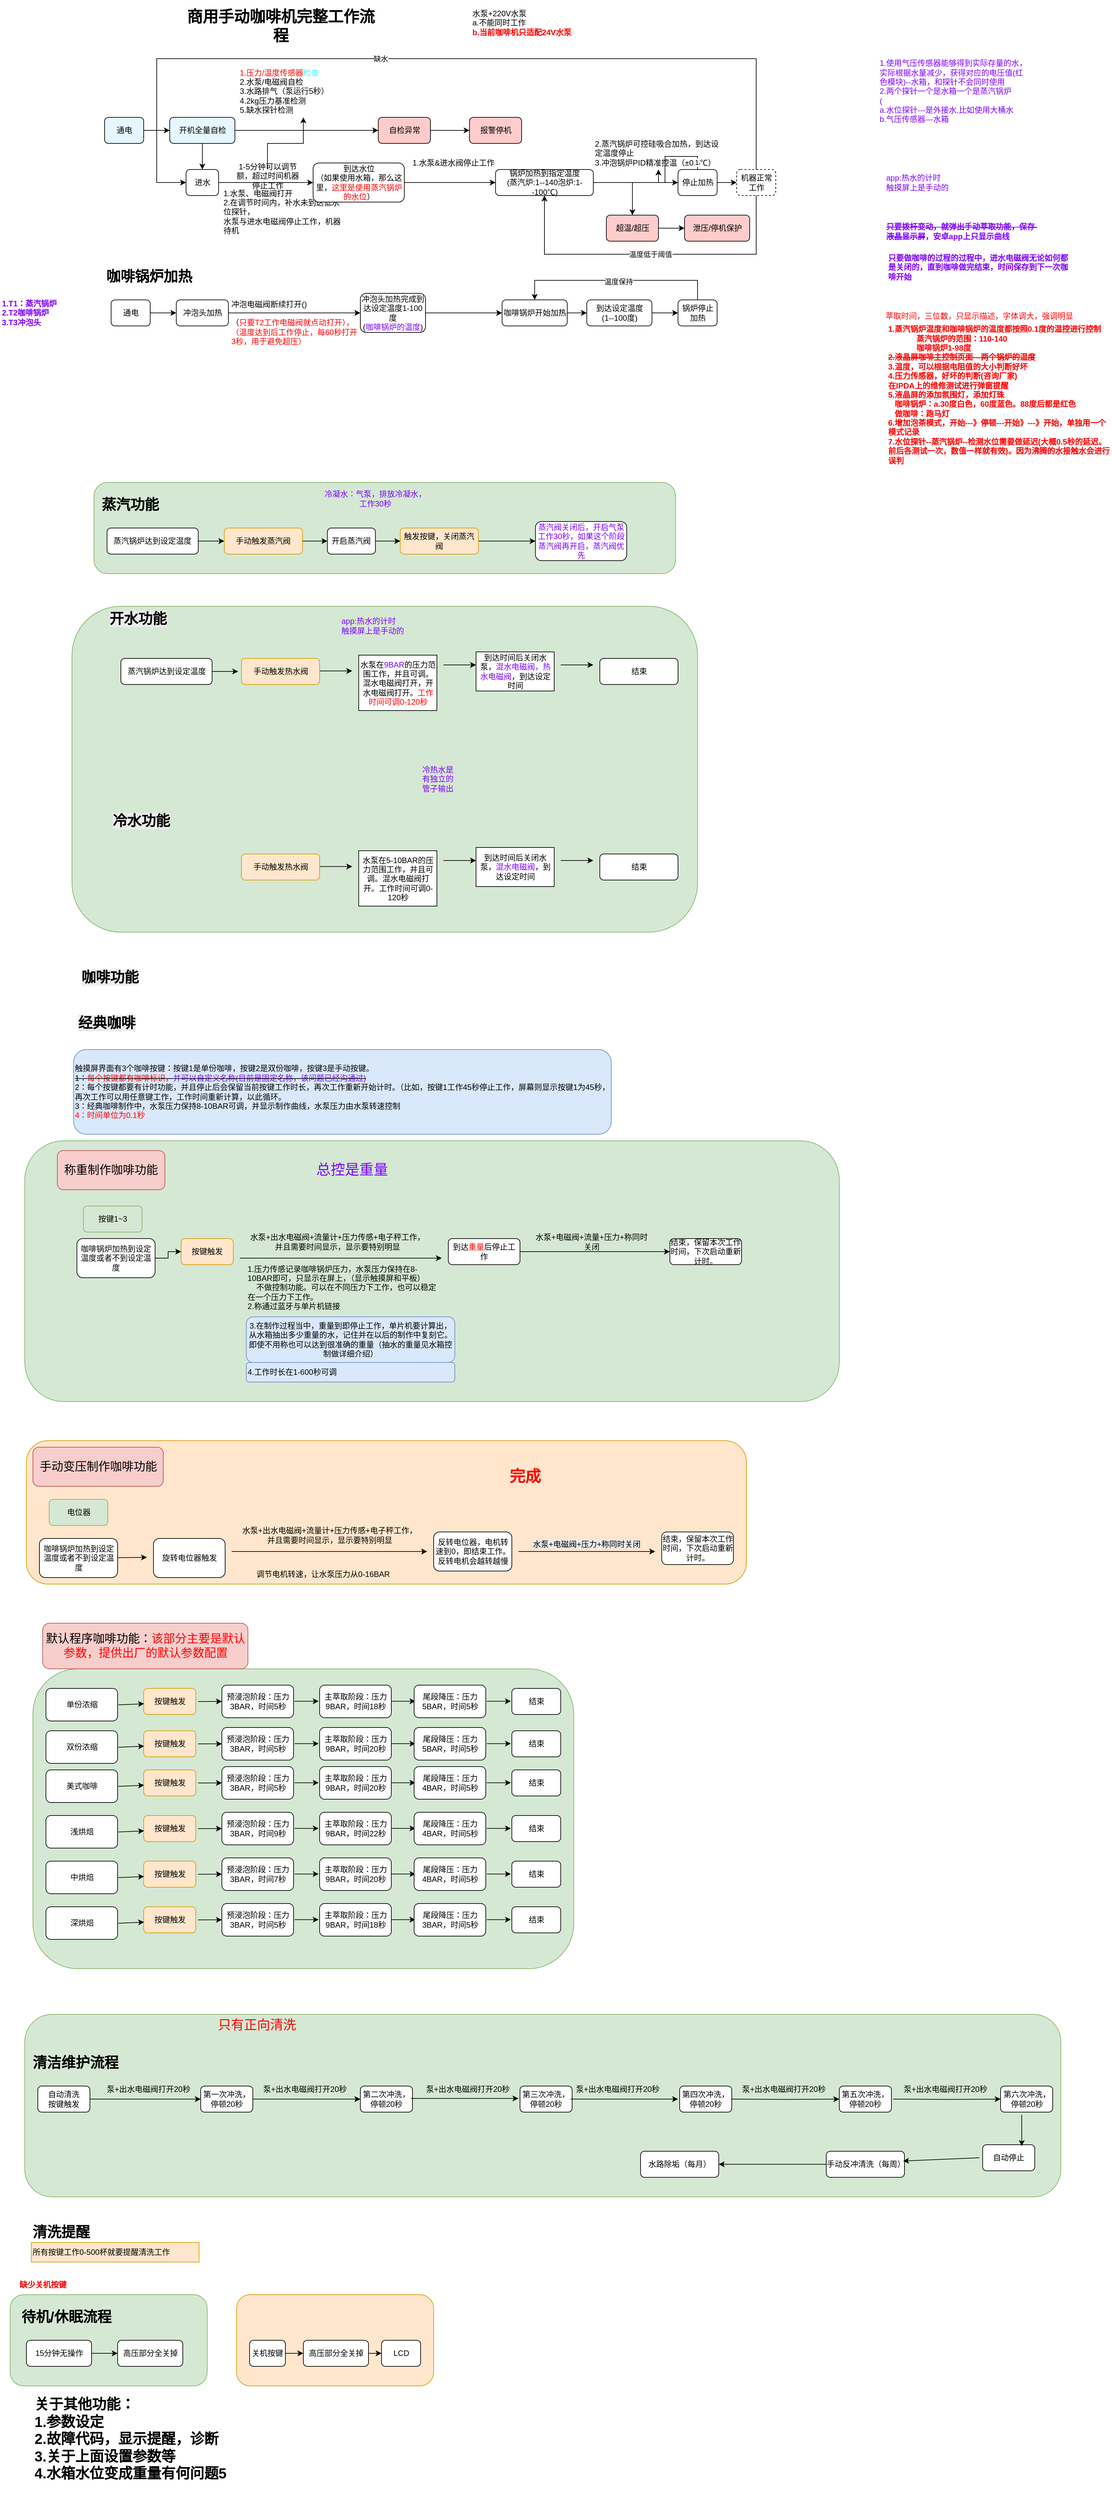
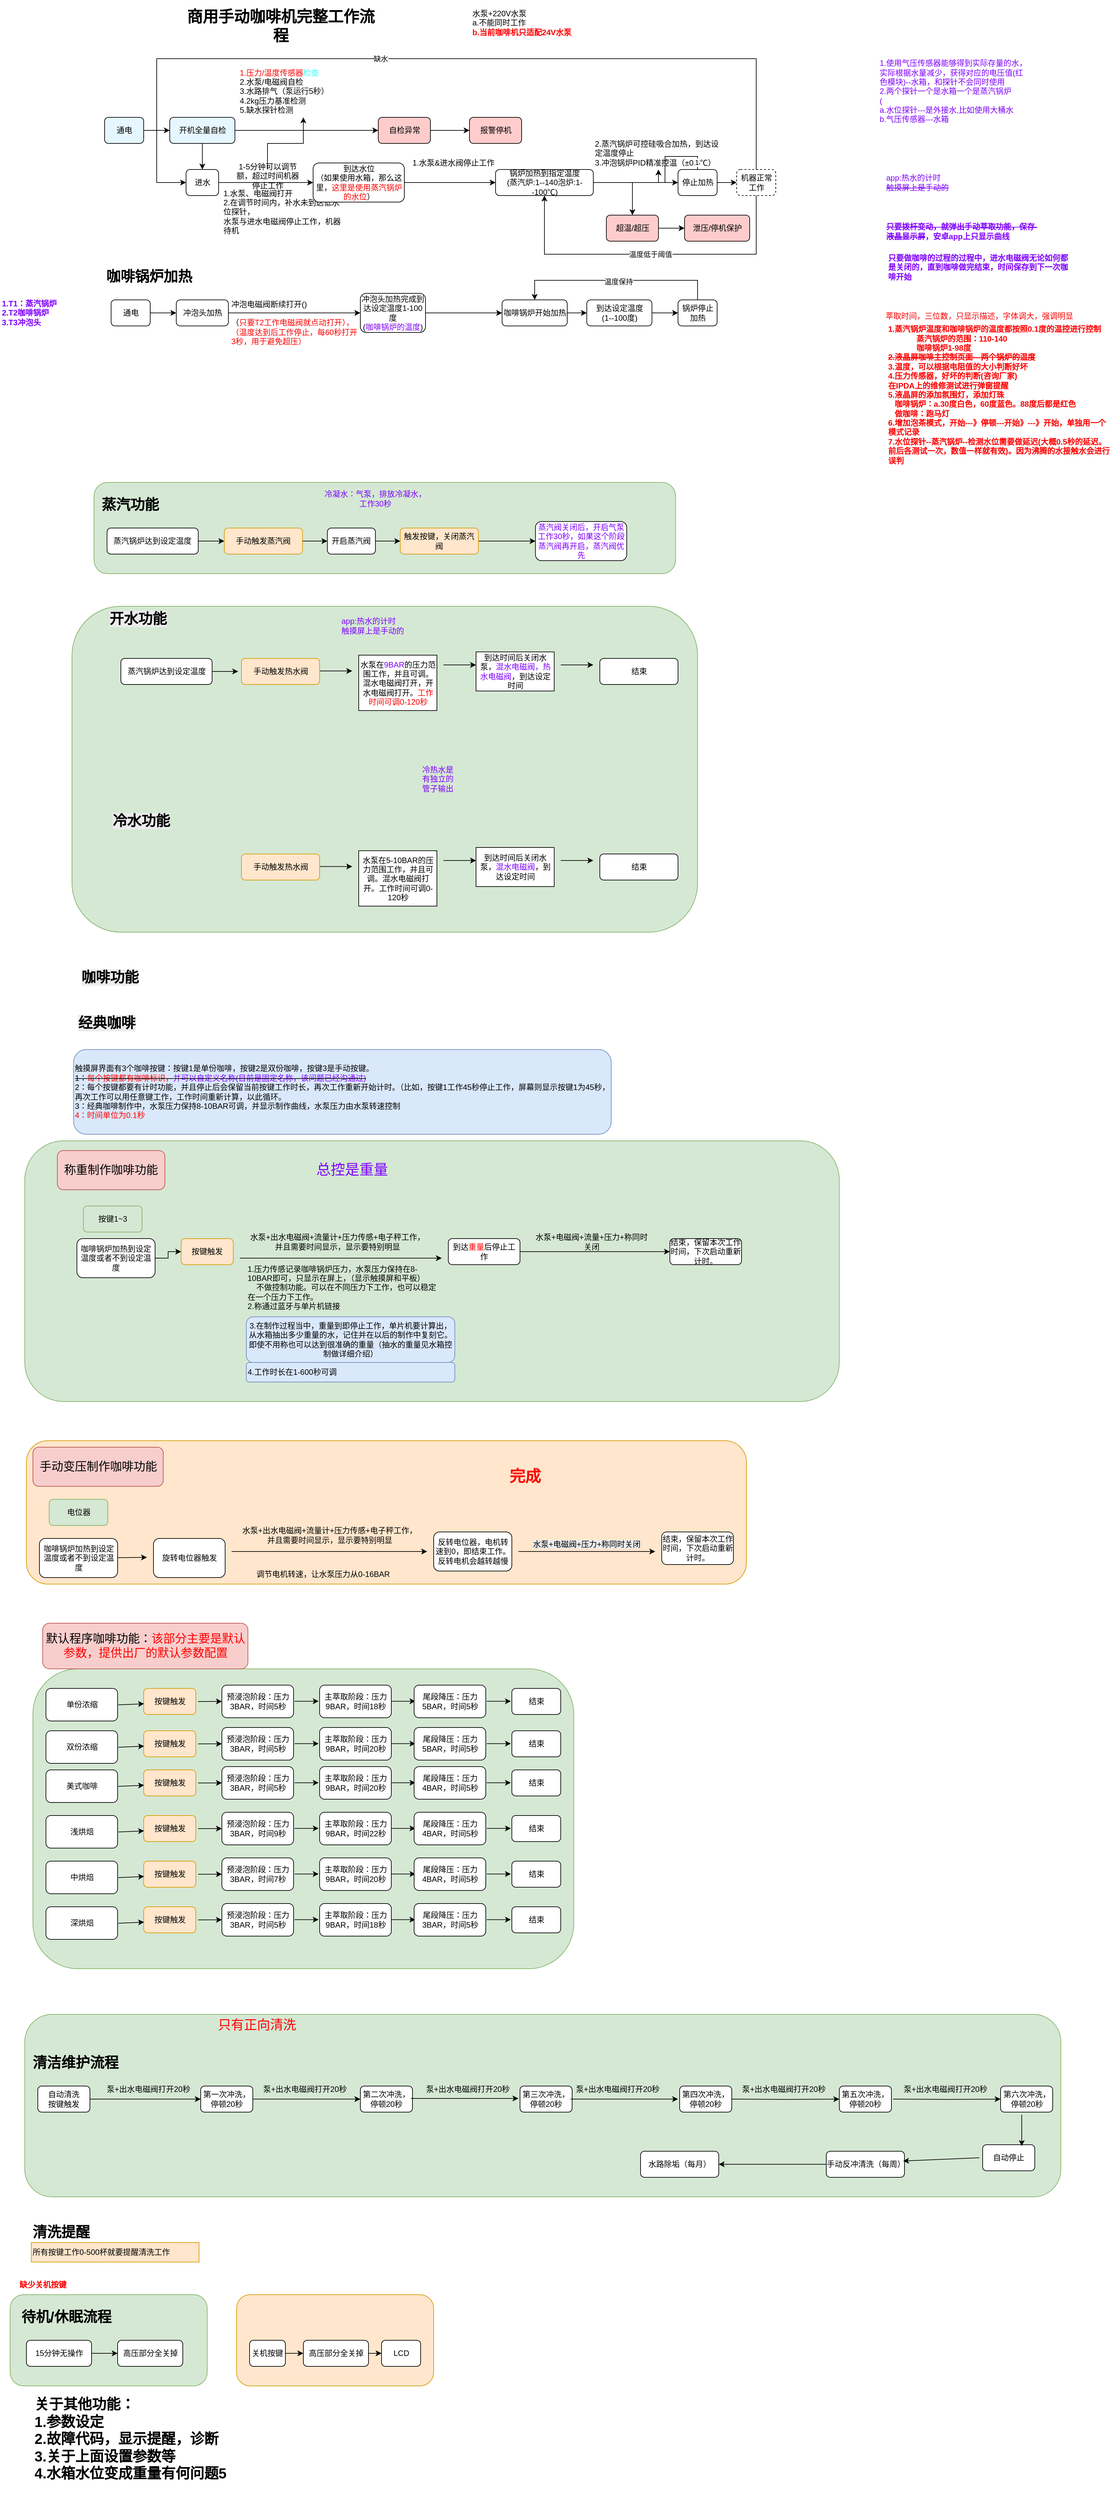
<mxfile host="app.diagrams.net" agent="Mozilla/5.0 (X11; Linux x86_64) AppleWebKit/537.36 (KHTML, like Gecko) Chrome/140.0.0.0 Safari/537.36" version="29.6.4">
  <diagram name="第 1 页" id="PMNbjTTgIml5Qdtd_ilu">
-     <mxGraphModel dx="6377" dy="4318" grid="1" gridSize="10" guides="1" tooltips="1" connect="1" arrows="1" fold="1" page="1" pageScale="1" pageWidth="4000" pageHeight="3000" math="0" shadow="0">
+     <mxGraphModel dx="4792" dy="3439" grid="1" gridSize="10" guides="1" tooltips="1" connect="1" arrows="1" fold="1" page="1" pageScale="1" pageWidth="4000" pageHeight="3000" math="0" shadow="0">
      <root>
        <mxCell id="0" />
        <mxCell id="1" parent="0" />
        <mxCell id="I0rIjMPQqkQqQYyNlasD-1" parent="1" style="rounded=1;whiteSpace=wrap;html=1;fillColor=#d5e8d4;strokeColor=#82b366;" value="" vertex="1">
          <mxGeometry height="140" width="302.5" x="-3762.5" y="1520" as="geometry" />
        </mxCell>
        <mxCell id="IilmvoyfG79s7OAyW8Hz-3" parent="1" style="rounded=1;whiteSpace=wrap;html=1;fillColor=#d5e8d4;strokeColor=#82b366;" value="" vertex="1">
          <mxGeometry height="400" width="1250" x="-3740" y="-250" as="geometry" />
        </mxCell>
        <mxCell id="IilmvoyfG79s7OAyW8Hz-1" parent="1" style="rounded=1;whiteSpace=wrap;html=1;fillColor=#ffe6cc;strokeColor=#d79b00;" value="" vertex="1">
          <mxGeometry height="220" width="1105" x="-3737.5" y="210" as="geometry" />
        </mxCell>
        <mxCell id="OjalCZGyZe0Cus6Rz-vr-6" parent="1" style="rounded=1;whiteSpace=wrap;html=1;fillColor=#d5e8d4;strokeColor=#82b366;" value="" vertex="1">
          <mxGeometry height="460" width="830" x="-3727.5" y="560" as="geometry" />
        </mxCell>
        <mxCell id="OjalCZGyZe0Cus6Rz-vr-4" parent="1" style="rounded=1;whiteSpace=wrap;html=1;fillColor=#d5e8d4;strokeColor=#82b366;" value="" vertex="1">
          <mxGeometry height="140" width="892.5" x="-3633.75" y="-1260" as="geometry" />
        </mxCell>
        <mxCell id="OjalCZGyZe0Cus6Rz-vr-2" parent="1" style="rounded=1;whiteSpace=wrap;html=1;fillColor=#d5e8d4;strokeColor=#82b366;" value="" vertex="1">
          <mxGeometry height="500" width="960" x="-3667.5" y="-1070" as="geometry" />
        </mxCell>
        <mxCell id="OjalCZGyZe0Cus6Rz-vr-1" parent="1" style="rounded=1;whiteSpace=wrap;html=1;fillColor=#d5e8d4;strokeColor=#82b366;" value="" vertex="1">
          <mxGeometry height="280" width="1590" x="-3740" y="1090" as="geometry" />
        </mxCell>
        <mxCell id="_P9jYmqXWWuWMUU2pL9c-90" parent="1" style="text;html=1;whiteSpace=wrap;strokeColor=none;fillColor=none;align=center;verticalAlign=middle;rounded=0;fontSize=24;fontStyle=1" value="商用手动咖啡机完整工作流程" vertex="1">
          <mxGeometry height="40" width="300" x="-3497.5" y="-1980" as="geometry" />
        </mxCell>
        <mxCell id="_P9jYmqXWWuWMUU2pL9c-91" parent="1" style="rounded=1;whiteSpace=wrap;html=1;fillColor=#e6f7ff;" value="通电" vertex="1">
          <mxGeometry height="40" width="60" x="-3617.5" y="-1820" as="geometry" />
        </mxCell>
        <mxCell id="_P9jYmqXWWuWMUU2pL9c-92" edge="1" parent="1" source="_P9jYmqXWWuWMUU2pL9c-91" style="edgeStyle=orthogonalEdgeStyle;rounded=0;orthogonalLoop=1;jettySize=auto;html=1;" target="_P9jYmqXWWuWMUU2pL9c-93" value="">
          <mxGeometry relative="1" as="geometry" />
        </mxCell>
        <mxCell id="_P9jYmqXWWuWMUU2pL9c-93" parent="1" style="rounded=1;whiteSpace=wrap;html=1;fillColor=#e6f7ff;" value="开机全量自检" vertex="1">
          <mxGeometry height="40" width="100" x="-3517.5" y="-1820" as="geometry" />
        </mxCell>
        <mxCell id="_P9jYmqXWWuWMUU2pL9c-94" parent="1" style="text;html=1;whiteSpace=wrap;strokeColor=none;fillColor=none;align=left;verticalAlign=middle;rounded=0;" value="&lt;font style=&quot;color: rgb(255, 0, 0);&quot;&gt;1.压力/温度传感器&lt;/font&gt;&lt;font style=&quot;color: rgb(51, 255, 255);&quot;&gt;检查&lt;/font&gt;&lt;br&gt;2.水泵/电磁阀自检&lt;br&gt;3.水路排气（泵运行5秒）&lt;br&gt;4.2kg压力基准检测&lt;br&gt;5.缺水探针检测" vertex="1">
          <mxGeometry height="80" width="200" x="-3412.5" y="-1900" as="geometry" />
        </mxCell>
        <mxCell id="_P9jYmqXWWuWMUU2pL9c-95" edge="1" parent="1" source="_P9jYmqXWWuWMUU2pL9c-93" style="edgeStyle=orthogonalEdgeStyle;rounded=0;orthogonalLoop=1;jettySize=auto;html=1;" target="_P9jYmqXWWuWMUU2pL9c-96" value="">
          <mxGeometry relative="1" as="geometry" />
        </mxCell>
        <mxCell id="_P9jYmqXWWuWMUU2pL9c-96" parent="1" style="rounded=1;whiteSpace=wrap;html=1;fillColor=#ffcccc;" value="自检异常" vertex="1">
          <mxGeometry height="40" width="80" x="-3197.5" y="-1820" as="geometry" />
        </mxCell>
        <mxCell id="_P9jYmqXWWuWMUU2pL9c-97" edge="1" parent="1" source="_P9jYmqXWWuWMUU2pL9c-96" style="edgeStyle=orthogonalEdgeStyle;rounded=0;orthogonalLoop=1;jettySize=auto;html=1;" target="_P9jYmqXWWuWMUU2pL9c-98" value="">
          <mxGeometry relative="1" as="geometry" />
        </mxCell>
        <mxCell id="_P9jYmqXWWuWMUU2pL9c-98" parent="1" style="rounded=1;whiteSpace=wrap;html=1;fillColor=#ffcccc;" value="报警停机" vertex="1">
          <mxGeometry height="40" width="80" x="-3057.5" y="-1820" as="geometry" />
        </mxCell>
        <mxCell id="_P9jYmqXWWuWMUU2pL9c-99" edge="1" parent="1" source="_P9jYmqXWWuWMUU2pL9c-93" style="edgeStyle=orthogonalEdgeStyle;rounded=0;orthogonalLoop=1;jettySize=auto;html=1;" target="_P9jYmqXWWuWMUU2pL9c-2" value="">
          <mxGeometry relative="1" as="geometry" />
        </mxCell>
        <mxCell id="_P9jYmqXWWuWMUU2pL9c-2" parent="1" style="rounded=1;whiteSpace=wrap;html=1;" value="进水" vertex="1">
          <mxGeometry height="40" width="50" x="-3492.5" y="-1740" as="geometry" />
        </mxCell>
        <mxCell id="ROr1tPp7Zhurker6Y36_-3" edge="1" parent="1" source="_P9jYmqXWWuWMUU2pL9c-6" style="edgeStyle=orthogonalEdgeStyle;rounded=0;orthogonalLoop=1;jettySize=auto;html=1;" target="_P9jYmqXWWuWMUU2pL9c-94" value="">
          <mxGeometry relative="1" as="geometry" />
        </mxCell>
        <mxCell id="_P9jYmqXWWuWMUU2pL9c-6" parent="1" style="text;html=1;whiteSpace=wrap;strokeColor=none;fillColor=none;align=center;verticalAlign=middle;rounded=0;" value="1-5分钟可以调节额，超过时间机器停止工作" vertex="1">
          <mxGeometry height="20" width="100" x="-3417.5" y="-1740" as="geometry" />
        </mxCell>
        <mxCell id="_P9jYmqXWWuWMUU2pL9c-7" parent="1" style="text;html=1;whiteSpace=wrap;strokeColor=none;fillColor=none;align=left;verticalAlign=middle;rounded=0;" value="1.水泵、电磁阀打开&lt;br&gt;&lt;div&gt;2.在调节时间内，补水未到达低水位探针，&lt;/div&gt;&lt;div&gt;水泵与进水电磁阀停止工作，机器待机&lt;/div&gt;" vertex="1">
          <mxGeometry height="50" width="190" x="-3437.5" y="-1700" as="geometry" />
        </mxCell>
        <mxCell id="_P9jYmqXWWuWMUU2pL9c-5" edge="1" parent="1" source="_P9jYmqXWWuWMUU2pL9c-2" style="edgeStyle=orthogonalEdgeStyle;rounded=0;orthogonalLoop=1;jettySize=auto;html=1;" target="_P9jYmqXWWuWMUU2pL9c-4" value="">
          <mxGeometry relative="1" as="geometry" />
        </mxCell>
        <mxCell id="_P9jYmqXWWuWMUU2pL9c-4" parent="1" style="rounded=1;whiteSpace=wrap;html=1;" value="到达水位&lt;br&gt;（如果使用水箱，那么这里，&lt;font style=&quot;color: rgb(255, 0, 0);&quot;&gt;这里是使用蒸汽锅炉的水位&lt;/font&gt;）" vertex="1">
          <mxGeometry height="60" width="140" x="-3297.5" y="-1750" as="geometry" />
        </mxCell>
        <mxCell id="_P9jYmqXWWuWMUU2pL9c-10" parent="1" style="text;html=1;whiteSpace=wrap;strokeColor=none;fillColor=none;align=center;verticalAlign=middle;rounded=0;" value="1.水泵&amp;amp;进水阀停止工作" vertex="1">
          <mxGeometry height="20" width="130" x="-3147.5" y="-1760" as="geometry" />
        </mxCell>
        <mxCell id="_P9jYmqXWWuWMUU2pL9c-9" edge="1" parent="1" source="_P9jYmqXWWuWMUU2pL9c-4" style="edgeStyle=orthogonalEdgeStyle;rounded=0;orthogonalLoop=1;jettySize=auto;html=1;" target="_P9jYmqXWWuWMUU2pL9c-8" value="">
          <mxGeometry relative="1" as="geometry" />
        </mxCell>
        <mxCell id="_P9jYmqXWWuWMUU2pL9c-8" parent="1" style="rounded=1;whiteSpace=wrap;html=1;" value="锅炉加热到指定温度&lt;br&gt;(蒸汽炉:1--140泡炉:1--100℃)" vertex="1">
          <mxGeometry height="40" width="150" x="-3017.5" y="-1740" as="geometry" />
        </mxCell>
        <mxCell id="_P9jYmqXWWuWMUU2pL9c-11" parent="1" style="text;html=1;whiteSpace=wrap;strokeColor=none;fillColor=none;align=left;verticalAlign=middle;rounded=0;" value="2.蒸汽锅炉可控硅吸合加热，到达设定温度停止&lt;br&gt;3.冲泡锅炉PID精准控温（±0.5℃）" vertex="1">
          <mxGeometry height="50" width="200" x="-2867.5" y="-1790" as="geometry" />
        </mxCell>
        <mxCell id="_P9jYmqXWWuWMUU2pL9c-13" edge="1" parent="1" source="_P9jYmqXWWuWMUU2pL9c-8" style="edgeStyle=orthogonalEdgeStyle;rounded=0;orthogonalLoop=1;jettySize=auto;html=1;" target="_P9jYmqXWWuWMUU2pL9c-12" value="">
          <mxGeometry relative="1" as="geometry" />
        </mxCell>
        <mxCell id="ROr1tPp7Zhurker6Y36_-1" edge="1" parent="1" source="_P9jYmqXWWuWMUU2pL9c-12" style="edgeStyle=orthogonalEdgeStyle;rounded=0;orthogonalLoop=1;jettySize=auto;html=1;" target="_P9jYmqXWWuWMUU2pL9c-11" value="">
          <mxGeometry relative="1" as="geometry" />
        </mxCell>
        <mxCell id="ROr1tPp7Zhurker6Y36_-2" connectable="0" parent="ROr1tPp7Zhurker6Y36_-1" style="edgeLabel;html=1;align=center;verticalAlign=middle;resizable=0;points=[];" value="1" vertex="1">
          <mxGeometry relative="1" x="-0.8429" y="2" as="geometry">
            <mxPoint as="offset" />
          </mxGeometry>
        </mxCell>
        <mxCell id="_P9jYmqXWWuWMUU2pL9c-12" parent="1" style="rounded=1;whiteSpace=wrap;html=1;" value="停止加热" vertex="1">
          <mxGeometry height="40" width="60" x="-2737.5" y="-1740" as="geometry" />
        </mxCell>
        <mxCell id="_P9jYmqXWWuWMUU2pL9c-17" edge="1" parent="1" source="_P9jYmqXWWuWMUU2pL9c-12" style="edgeStyle=orthogonalEdgeStyle;rounded=0;orthogonalLoop=1;jettySize=auto;html=1;" target="_P9jYmqXWWuWMUU2pL9c-16" value="">
          <mxGeometry relative="1" as="geometry" />
        </mxCell>
        <mxCell id="_P9jYmqXWWuWMUU2pL9c-15" edge="1" parent="1" source="_P9jYmqXWWuWMUU2pL9c-16" style="edgeStyle=orthogonalEdgeStyle;rounded=0;orthogonalLoop=1;jettySize=auto;html=1;exitX=0.5;exitY=0;exitDx=0;exitDy=0;entryX=0;entryY=0.5;entryDx=0;entryDy=0;" target="_P9jYmqXWWuWMUU2pL9c-2">
          <mxGeometry relative="1" as="geometry">
            <Array as="points">
              <mxPoint x="-2617.5" y="-1910" />
              <mxPoint x="-3537.5" y="-1910" />
              <mxPoint x="-3537.5" y="-1720" />
            </Array>
          </mxGeometry>
        </mxCell>
        <mxCell id="_P9jYmqXWWuWMUU2pL9c-19" connectable="0" parent="_P9jYmqXWWuWMUU2pL9c-15" style="edgeLabel;html=1;align=center;verticalAlign=middle;resizable=0;points=[];" value="缺水" vertex="1">
          <mxGeometry relative="1" x="0.133" y="3" as="geometry">
            <mxPoint x="4" y="-3" as="offset" />
          </mxGeometry>
        </mxCell>
        <mxCell id="_P9jYmqXWWuWMUU2pL9c-16" parent="1" style="rounded=1;whiteSpace=wrap;html=1;dashed=1;" value="机器正常工作" vertex="1">
          <mxGeometry height="40" width="60" x="-2647.5" y="-1740" as="geometry" />
        </mxCell>
        <mxCell id="_P9jYmqXWWuWMUU2pL9c-20" edge="1" parent="1" source="_P9jYmqXWWuWMUU2pL9c-16" style="edgeStyle=orthogonalEdgeStyle;rounded=0;orthogonalLoop=1;jettySize=auto;html=1;exitX=0.5;exitY=1;exitDx=0;exitDy=0;entryX=0.5;entryY=1;entryDx=0;entryDy=0;" target="_P9jYmqXWWuWMUU2pL9c-8">
          <mxGeometry relative="1" as="geometry">
            <Array as="points">
              <mxPoint x="-2617.5" y="-1610" />
              <mxPoint x="-2942.5" y="-1610" />
            </Array>
          </mxGeometry>
        </mxCell>
        <mxCell id="_P9jYmqXWWuWMUU2pL9c-21" connectable="0" parent="_P9jYmqXWWuWMUU2pL9c-20" style="edgeLabel;html=1;align=center;verticalAlign=middle;resizable=0;points=[];" value="温度低于阈值" vertex="1">
          <mxGeometry relative="1" x="0.0776" y="2" as="geometry">
            <mxPoint x="19" y="-2" as="offset" />
          </mxGeometry>
        </mxCell>
        <mxCell id="_P9jYmqXWWuWMUU2pL9c-100" edge="1" parent="1" source="_P9jYmqXWWuWMUU2pL9c-8" style="edgeStyle=orthogonalEdgeStyle;rounded=0;orthogonalLoop=1;jettySize=auto;html=1;" target="_P9jYmqXWWuWMUU2pL9c-101" value="">
          <mxGeometry relative="1" as="geometry" />
        </mxCell>
        <mxCell id="_P9jYmqXWWuWMUU2pL9c-101" parent="1" style="rounded=1;whiteSpace=wrap;html=1;fillColor=#ffcccc;" value="超温/超压" vertex="1">
          <mxGeometry height="40" width="80" x="-2847.5" y="-1670" as="geometry" />
        </mxCell>
        <mxCell id="_P9jYmqXWWuWMUU2pL9c-102" edge="1" parent="1" source="_P9jYmqXWWuWMUU2pL9c-101" style="edgeStyle=orthogonalEdgeStyle;rounded=0;orthogonalLoop=1;jettySize=auto;html=1;" target="_P9jYmqXWWuWMUU2pL9c-103" value="">
          <mxGeometry relative="1" as="geometry" />
        </mxCell>
        <mxCell id="_P9jYmqXWWuWMUU2pL9c-103" parent="1" style="rounded=1;whiteSpace=wrap;html=1;fillColor=#ffcccc;" value="泄压/停机保护" vertex="1">
          <mxGeometry height="40" width="100" x="-2727.5" y="-1670" as="geometry" />
        </mxCell>
        <mxCell id="_P9jYmqXWWuWMUU2pL9c-23" parent="1" style="text;html=1;whiteSpace=wrap;strokeColor=none;fillColor=none;align=left;verticalAlign=middle;rounded=0;fontSize=22;fontStyle=1" value="咖啡锅炉加热" vertex="1">
          <mxGeometry height="30" width="160" x="-3617.5" y="-1590" as="geometry" />
        </mxCell>
        <mxCell id="_P9jYmqXWWuWMUU2pL9c-24" parent="1" style="rounded=1;whiteSpace=wrap;html=1;" value="通电" vertex="1">
          <mxGeometry height="40" width="60" x="-3607.5" y="-1540" as="geometry" />
        </mxCell>
        <mxCell id="_P9jYmqXWWuWMUU2pL9c-26" edge="1" parent="1" source="_P9jYmqXWWuWMUU2pL9c-24" style="edgeStyle=orthogonalEdgeStyle;rounded=0;orthogonalLoop=1;jettySize=auto;html=1;" target="_P9jYmqXWWuWMUU2pL9c-25" value="">
          <mxGeometry relative="1" as="geometry" />
        </mxCell>
        <mxCell id="_P9jYmqXWWuWMUU2pL9c-25" parent="1" style="rounded=1;whiteSpace=wrap;html=1;" value="冲泡头加热" vertex="1">
          <mxGeometry height="40" width="80" x="-3507.5" y="-1540" as="geometry" />
        </mxCell>
        <mxCell id="_P9jYmqXWWuWMUU2pL9c-29" parent="1" style="text;html=1;whiteSpace=wrap;strokeColor=none;fillColor=none;align=left;verticalAlign=middle;rounded=0;" value="冲泡电磁阀断续打开()&lt;br&gt;&lt;br&gt;（&lt;font style=&quot;color: rgb(255, 0, 0);&quot;&gt;只要T2工作电磁阀就点动打开），&lt;br&gt;（温度达到后工作停止，每60秒打开3秒，用于避免超压）&lt;/font&gt;" vertex="1">
          <mxGeometry height="70" width="200" x="-3425" y="-1540" as="geometry" />
        </mxCell>
        <mxCell id="_P9jYmqXWWuWMUU2pL9c-28" edge="1" parent="1" source="_P9jYmqXWWuWMUU2pL9c-25" style="edgeStyle=orthogonalEdgeStyle;rounded=0;orthogonalLoop=1;jettySize=auto;html=1;" target="_P9jYmqXWWuWMUU2pL9c-27" value="">
          <mxGeometry relative="1" as="geometry" />
        </mxCell>
        <mxCell id="_P9jYmqXWWuWMUU2pL9c-27" parent="1" style="rounded=1;whiteSpace=wrap;html=1;" value="冲泡头加热完成到达设定温度1-100度&lt;div&gt;(&lt;font style=&quot;color: rgb(127, 0, 255);&quot;&gt;咖啡锅炉的温度&lt;/font&gt;)&lt;/div&gt;" vertex="1">
          <mxGeometry height="60" width="100" x="-3225" y="-1550" as="geometry" />
        </mxCell>
        <mxCell id="_P9jYmqXWWuWMUU2pL9c-31" edge="1" parent="1" source="_P9jYmqXWWuWMUU2pL9c-27" style="edgeStyle=orthogonalEdgeStyle;rounded=0;orthogonalLoop=1;jettySize=auto;html=1;" target="_P9jYmqXWWuWMUU2pL9c-30" value="">
          <mxGeometry relative="1" as="geometry" />
        </mxCell>
        <mxCell id="_P9jYmqXWWuWMUU2pL9c-30" parent="1" style="rounded=1;whiteSpace=wrap;html=1;" value="咖啡锅炉开始加热" vertex="1">
          <mxGeometry height="40" width="100" x="-3007.5" y="-1540" as="geometry" />
        </mxCell>
        <mxCell id="_P9jYmqXWWuWMUU2pL9c-34" edge="1" parent="1" source="_P9jYmqXWWuWMUU2pL9c-30" style="edgeStyle=orthogonalEdgeStyle;rounded=0;orthogonalLoop=1;jettySize=auto;html=1;" target="_P9jYmqXWWuWMUU2pL9c-33" value="">
          <mxGeometry relative="1" as="geometry" />
        </mxCell>
        <mxCell id="_P9jYmqXWWuWMUU2pL9c-33" parent="1" style="rounded=1;whiteSpace=wrap;html=1;" value="到达设定温度&lt;br&gt;(1--100度)" vertex="1">
          <mxGeometry height="40" width="100" x="-2877.5" y="-1540" as="geometry" />
        </mxCell>
        <mxCell id="_P9jYmqXWWuWMUU2pL9c-36" edge="1" parent="1" source="_P9jYmqXWWuWMUU2pL9c-33" style="edgeStyle=orthogonalEdgeStyle;rounded=0;orthogonalLoop=1;jettySize=auto;html=1;" target="_P9jYmqXWWuWMUU2pL9c-35" value="">
          <mxGeometry relative="1" as="geometry" />
        </mxCell>
        <mxCell id="_P9jYmqXWWuWMUU2pL9c-35" parent="1" style="rounded=1;whiteSpace=wrap;html=1;" value="锅炉停止加热" vertex="1">
          <mxGeometry height="40" width="60" x="-2737.5" y="-1540" as="geometry" />
        </mxCell>
        <mxCell id="_P9jYmqXWWuWMUU2pL9c-37" edge="1" parent="1" source="_P9jYmqXWWuWMUU2pL9c-35" style="edgeStyle=orthogonalEdgeStyle;rounded=0;orthogonalLoop=1;jettySize=auto;html=1;exitX=0.5;exitY=0;exitDx=0;exitDy=0;entryX=0.5;entryY=0;entryDx=0;entryDy=0;" target="_P9jYmqXWWuWMUU2pL9c-30">
          <mxGeometry relative="1" as="geometry">
            <Array as="points">
              <mxPoint x="-2707.5" y="-1570" />
              <mxPoint x="-2957.5" y="-1570" />
            </Array>
          </mxGeometry>
        </mxCell>
        <mxCell id="_P9jYmqXWWuWMUU2pL9c-38" connectable="0" parent="_P9jYmqXWWuWMUU2pL9c-37" style="edgeLabel;html=1;align=center;verticalAlign=middle;resizable=0;points=[];" value="温度保持" vertex="1">
          <mxGeometry relative="1" x="-0.0238" y="2" as="geometry">
            <mxPoint as="offset" />
          </mxGeometry>
        </mxCell>
        <mxCell id="_P9jYmqXWWuWMUU2pL9c-110" parent="1" style="text;html=1;whiteSpace=wrap;strokeColor=none;fillColor=none;align=left;verticalAlign=middle;rounded=0;fontSize=22;fontStyle=1" value="蒸汽功能" vertex="1">
          <mxGeometry height="30" width="160" x="-3623.75" y="-1240" as="geometry" />
        </mxCell>
        <mxCell id="_P9jYmqXWWuWMUU2pL9c-111" parent="1" style="rounded=1;whiteSpace=wrap;html=1;" value="蒸汽锅炉达到设定温度" vertex="1">
          <mxGeometry height="40" width="140" x="-3613.75" y="-1190" as="geometry" />
        </mxCell>
        <mxCell id="_P9jYmqXWWuWMUU2pL9c-112" edge="1" parent="1" source="_P9jYmqXWWuWMUU2pL9c-111" style="edgeStyle=orthogonalEdgeStyle;rounded=0;orthogonalLoop=1;jettySize=auto;html=1;" target="_P9jYmqXWWuWMUU2pL9c-113" value="">
          <mxGeometry relative="1" as="geometry" />
        </mxCell>
        <mxCell id="_P9jYmqXWWuWMUU2pL9c-113" parent="1" style="rounded=1;whiteSpace=wrap;html=1;fillColor=#ffe6cc;strokeColor=#d79b00;" value="手动触发蒸汽阀" vertex="1">
          <mxGeometry height="40" width="120" x="-3433.75" y="-1190" as="geometry" />
        </mxCell>
        <mxCell id="_P9jYmqXWWuWMUU2pL9c-114" edge="1" parent="1" source="_P9jYmqXWWuWMUU2pL9c-113" style="edgeStyle=orthogonalEdgeStyle;rounded=0;orthogonalLoop=1;jettySize=auto;html=1;entryX=0;entryY=0.5;entryDx=0;entryDy=0;" target="DRQTxW7p1hNPi4zCKs6T-31" value="">
          <mxGeometry relative="1" as="geometry">
            <mxPoint x="-3276.25" y="-1170" as="targetPoint" />
          </mxGeometry>
        </mxCell>
        <mxCell id="DRQTxW7p1hNPi4zCKs6T-33" edge="1" parent="1" source="_P9jYmqXWWuWMUU2pL9c-117" style="edgeStyle=orthogonalEdgeStyle;rounded=0;orthogonalLoop=1;jettySize=auto;html=1;exitX=1;exitY=0.5;exitDx=0;exitDy=0;entryX=0;entryY=0.5;entryDx=0;entryDy=0;" target="DRQTxW7p1hNPi4zCKs6T-30">
          <mxGeometry relative="1" as="geometry" />
        </mxCell>
        <mxCell id="_P9jYmqXWWuWMUU2pL9c-117" parent="1" style="rounded=1;whiteSpace=wrap;html=1;fillColor=#ffe6cc;strokeColor=#d79b00;" value="触发按键，关闭蒸汽阀" vertex="1">
          <mxGeometry height="40" width="120" x="-3163.75" y="-1190" as="geometry" />
        </mxCell>
        <mxCell id="_P9jYmqXWWuWMUU2pL9c-42" parent="1" style="rounded=1;whiteSpace=wrap;html=1;" value="咖啡锅炉加热到设定温度或者不到设定温度" vertex="1">
          <mxGeometry height="60" width="120" x="-3660" y="-100" as="geometry" />
        </mxCell>
        <mxCell id="_P9jYmqXWWuWMUU2pL9c-44" edge="1" parent="1" source="_P9jYmqXWWuWMUU2pL9c-42" style="edgeStyle=orthogonalEdgeStyle;rounded=0;orthogonalLoop=1;jettySize=auto;html=1;entryX=0;entryY=0.5;entryDx=0;entryDy=0;" target="_P9jYmqXWWuWMUU2pL9c-43" value="">
          <mxGeometry relative="1" as="geometry" />
        </mxCell>
        <mxCell id="_P9jYmqXWWuWMUU2pL9c-43" parent="1" style="rounded=1;whiteSpace=wrap;html=1;fillColor=#ffe6cc;strokeColor=#d79b00;" value="按键触发" vertex="1">
          <mxGeometry height="40" width="80" x="-3500" y="-100" as="geometry" />
        </mxCell>
        <mxCell id="_P9jYmqXWWuWMUU2pL9c-47" parent="1" style="text;html=1;whiteSpace=wrap;strokeColor=none;fillColor=none;align=center;verticalAlign=middle;rounded=0;" value="水泵+出水电磁阀+流量计+压力传感+电子秤工作，并且需要时间显示，显示要特别明显" vertex="1">
          <mxGeometry height="30" width="280" x="-3400" y="-110" as="geometry" />
        </mxCell>
        <mxCell id="_P9jYmqXWWuWMUU2pL9c-48" parent="1" style="text;html=1;whiteSpace=wrap;strokeColor=none;fillColor=none;align=left;verticalAlign=middle;rounded=0;" value="&lt;div&gt;1.压力传感记录咖啡锅炉压力，水泵压力保持在8-10BAR即可，只显示在屏上，（显示触摸屏和平板）&lt;br&gt;&amp;nbsp; &amp;nbsp; 不做控制功能。可以在不同压力下工作，也可以稳定在一个压力下工作。&lt;/div&gt;&lt;div&gt;2.称通过蓝牙与单片机链接&lt;/div&gt;" vertex="1">
          <mxGeometry height="90" width="300" x="-3400" y="-70" as="geometry" />
        </mxCell>
        <mxCell id="_P9jYmqXWWuWMUU2pL9c-45" parent="1" style="rounded=1;whiteSpace=wrap;html=1;" value="到达&lt;font style=&quot;color: rgb(255, 0, 0);&quot;&gt;重量&lt;/font&gt;后停止工作" vertex="1">
          <mxGeometry height="40" width="110" x="-3090" y="-100" as="geometry" />
        </mxCell>
        <mxCell id="_P9jYmqXWWuWMUU2pL9c-50" edge="1" parent="1" source="_P9jYmqXWWuWMUU2pL9c-45" style="edgeStyle=orthogonalEdgeStyle;rounded=0;orthogonalLoop=1;jettySize=auto;html=1;" target="_P9jYmqXWWuWMUU2pL9c-49" value="">
          <mxGeometry relative="1" as="geometry" />
        </mxCell>
        <mxCell id="_P9jYmqXWWuWMUU2pL9c-51" parent="1" style="text;html=1;whiteSpace=wrap;strokeColor=none;fillColor=none;align=center;verticalAlign=middle;rounded=0;" value="水泵+电磁阀+流量+压力+称同时关闭" vertex="1">
          <mxGeometry height="30" width="180" x="-2960" y="-110" as="geometry" />
        </mxCell>
        <mxCell id="_P9jYmqXWWuWMUU2pL9c-49" parent="1" style="rounded=1;whiteSpace=wrap;html=1;" value="结束，保留本次工作时间，下次启动重新计时。" vertex="1">
          <mxGeometry height="40" width="110" x="-2750" y="-100" as="geometry" />
        </mxCell>
        <mxCell id="_P9jYmqXWWuWMUU2pL9c-75" parent="1" style="text;html=1;whiteSpace=wrap;strokeColor=none;fillColor=none;align=left;verticalAlign=middle;rounded=0;fontSize=22;fontStyle=1" value="清洁维护流程" vertex="1">
          <mxGeometry height="30" width="160" x="-3730" y="1150" as="geometry" />
        </mxCell>
        <mxCell id="_P9jYmqXWWuWMUU2pL9c-76" parent="1" style="rounded=1;whiteSpace=wrap;html=1;" value="自动清洗&lt;br&gt;按键触发" vertex="1">
          <mxGeometry height="40" width="80" x="-3720" y="1200" as="geometry" />
        </mxCell>
        <mxCell id="_P9jYmqXWWuWMUU2pL9c-78" edge="1" parent="1" source="_P9jYmqXWWuWMUU2pL9c-76" style="edgeStyle=orthogonalEdgeStyle;rounded=0;orthogonalLoop=1;jettySize=auto;html=1;" target="_P9jYmqXWWuWMUU2pL9c-77" value="">
          <mxGeometry relative="1" as="geometry" />
        </mxCell>
        <mxCell id="_P9jYmqXWWuWMUU2pL9c-79" parent="1" style="text;html=1;whiteSpace=wrap;strokeColor=none;fillColor=none;align=center;verticalAlign=middle;rounded=0;" value="泵+出水电磁阀打开20秒" vertex="1">
          <mxGeometry height="30" width="140" x="-3620" y="1190" as="geometry" />
        </mxCell>
        <mxCell id="_P9jYmqXWWuWMUU2pL9c-77" parent="1" style="rounded=1;whiteSpace=wrap;html=1;" value="第一次冲洗，停顿20秒" vertex="1">
          <mxGeometry height="40" width="80" x="-3470" y="1200" as="geometry" />
        </mxCell>
        <mxCell id="_P9jYmqXWWuWMUU2pL9c-81" edge="1" parent="1" source="_P9jYmqXWWuWMUU2pL9c-77" style="edgeStyle=orthogonalEdgeStyle;rounded=0;orthogonalLoop=1;jettySize=auto;html=1;" target="_P9jYmqXWWuWMUU2pL9c-80" value="">
          <mxGeometry relative="1" as="geometry" />
        </mxCell>
        <mxCell id="_P9jYmqXWWuWMUU2pL9c-82" parent="1" style="text;html=1;whiteSpace=wrap;strokeColor=none;fillColor=none;align=center;verticalAlign=middle;rounded=0;" value="泵+出水电磁阀打开20秒" vertex="1">
          <mxGeometry height="30" width="140" x="-3380" y="1190" as="geometry" />
        </mxCell>
        <mxCell id="_P9jYmqXWWuWMUU2pL9c-80" parent="1" style="rounded=1;whiteSpace=wrap;html=1;" value="第二次冲洗，停顿20秒" vertex="1">
          <mxGeometry height="40" width="80" x="-3225" y="1200" as="geometry" />
        </mxCell>
        <mxCell id="_P9jYmqXWWuWMUU2pL9c-85" parent="1" style="rounded=1;whiteSpace=wrap;html=1;" value="自动停止" vertex="1">
          <mxGeometry height="40" width="80" x="-2270" y="1290" as="geometry" />
        </mxCell>
        <mxCell id="_P9jYmqXWWuWMUU2pL9c-140" edge="1" parent="1" source="lgWbKkXzePmSplhIxeYr-49" style="edgeStyle=orthogonalEdgeStyle;rounded=0;orthogonalLoop=1;jettySize=auto;html=1;exitX=0.406;exitY=1.1;exitDx=0;exitDy=0;exitPerimeter=0;entryX=0.75;entryY=0.05;entryDx=0;entryDy=0;entryPerimeter=0;" target="_P9jYmqXWWuWMUU2pL9c-85" value="">
          <mxGeometry relative="1" as="geometry">
            <mxPoint x="-2215" y="1270" as="sourcePoint" />
          </mxGeometry>
        </mxCell>
        <mxCell id="_P9jYmqXWWuWMUU2pL9c-141" parent="1" style="rounded=1;whiteSpace=wrap;html=1;" value="手动反冲清洗（每周）" vertex="1">
          <mxGeometry height="40" width="120" x="-2510" y="1300" as="geometry" />
        </mxCell>
        <mxCell id="_P9jYmqXWWuWMUU2pL9c-142" edge="1" parent="1" source="_P9jYmqXWWuWMUU2pL9c-141" style="edgeStyle=orthogonalEdgeStyle;rounded=0;orthogonalLoop=1;jettySize=auto;html=1;" target="_P9jYmqXWWuWMUU2pL9c-143" value="">
          <mxGeometry relative="1" as="geometry" />
        </mxCell>
        <mxCell id="_P9jYmqXWWuWMUU2pL9c-143" parent="1" style="rounded=1;whiteSpace=wrap;html=1;" value="水路除垢（每月）" vertex="1">
          <mxGeometry height="40" width="120" x="-2795" y="1300" as="geometry" />
        </mxCell>
        <mxCell id="_P9jYmqXWWuWMUU2pL9c-150" parent="1" style="text;html=1;whiteSpace=wrap;strokeColor=none;fillColor=none;align=left;verticalAlign=middle;rounded=0;fontSize=22;fontStyle=1" value="待机/休眠流程" vertex="1">
          <mxGeometry height="30" width="160" x="-3747.5" y="1540" as="geometry" />
        </mxCell>
        <mxCell id="_P9jYmqXWWuWMUU2pL9c-151" parent="1" style="rounded=1;whiteSpace=wrap;html=1;" value="15分钟无操作" vertex="1">
          <mxGeometry height="40" width="100" x="-3737.5" y="1590" as="geometry" />
        </mxCell>
        <mxCell id="_P9jYmqXWWuWMUU2pL9c-152" edge="1" parent="1" source="_P9jYmqXWWuWMUU2pL9c-151" style="edgeStyle=orthogonalEdgeStyle;rounded=0;orthogonalLoop=1;jettySize=auto;html=1;" target="_P9jYmqXWWuWMUU2pL9c-153" value="">
          <mxGeometry relative="1" as="geometry" />
        </mxCell>
        <mxCell id="_P9jYmqXWWuWMUU2pL9c-153" parent="1" style="rounded=1;whiteSpace=wrap;html=1;" value="高压部分全关掉" vertex="1">
          <mxGeometry height="40" width="100" x="-3597.5" y="1590" as="geometry" />
        </mxCell>
        <mxCell id="xD5JS4Ofd663jAq8a2iz-111" parent="1" style="text;whiteSpace=wrap;html=1;" value="&lt;span style=&quot;color: rgb(0, 0, 0); font-family: Helvetica; font-size: 22px; font-style: normal; font-variant-ligatures: normal; font-variant-caps: normal; font-weight: 700; letter-spacing: normal; orphans: 2; text-align: left; text-indent: 0px; text-transform: none; widows: 2; word-spacing: 0px; -webkit-text-stroke-width: 0px; white-space: normal; background-color: rgb(236, 236, 236); text-decoration-thickness: initial; text-decoration-style: initial; text-decoration-color: initial; float: none; display: inline !important;&quot;&gt;开水功能&lt;/span&gt;" vertex="1">
          <mxGeometry height="50" width="120" x="-3612.5" y="-1070" as="geometry" />
        </mxCell>
        <mxCell id="xD5JS4Ofd663jAq8a2iz-113" parent="1" style="rounded=1;whiteSpace=wrap;html=1;" value="蒸汽锅炉达到设定温度" vertex="1">
          <mxGeometry height="40" width="140" x="-3592.5" y="-990" as="geometry" />
        </mxCell>
        <mxCell id="xD5JS4Ofd663jAq8a2iz-114" edge="1" parent="1" source="xD5JS4Ofd663jAq8a2iz-113" style="edgeStyle=orthogonalEdgeStyle;rounded=0;orthogonalLoop=1;jettySize=auto;html=1;" value="">
          <mxGeometry relative="1" as="geometry">
            <mxPoint x="-3412.5" y="-970" as="targetPoint" />
          </mxGeometry>
        </mxCell>
        <mxCell id="xD5JS4Ofd663jAq8a2iz-123" edge="1" parent="1" style="edgeStyle=none;orthogonalLoop=1;jettySize=auto;html=1;rounded=0;" value="">
          <mxGeometry relative="1" width="100" as="geometry">
            <Array as="points" />
            <mxPoint x="-3287.5" y="-970.71" as="sourcePoint" />
            <mxPoint x="-3237.5" y="-970.71" as="targetPoint" />
          </mxGeometry>
        </mxCell>
        <mxCell id="xD5JS4Ofd663jAq8a2iz-124" parent="1" style="rounded=0;whiteSpace=wrap;html=1;" value="水泵在&lt;font style=&quot;color: rgb(127, 0, 255);&quot;&gt;9BAR&lt;/font&gt;的压力范围工作，并且可调。混水电磁阀打开，开水电磁阀打开。&lt;font style=&quot;color: rgb(255, 0, 0);&quot;&gt;工作时间可调0-120秒&lt;/font&gt;" vertex="1">
          <mxGeometry height="85" width="120" x="-3227.5" y="-995" as="geometry" />
        </mxCell>
        <mxCell id="xD5JS4Ofd663jAq8a2iz-125" edge="1" parent="1" style="edgeStyle=none;orthogonalLoop=1;jettySize=auto;html=1;rounded=0;" value="">
          <mxGeometry relative="1" width="100" as="geometry">
            <Array as="points">
              <mxPoint x="-3077.5" y="-980" />
            </Array>
            <mxPoint x="-3097.5" y="-980" as="sourcePoint" />
            <mxPoint x="-3047.5" y="-980" as="targetPoint" />
          </mxGeometry>
        </mxCell>
        <mxCell id="xD5JS4Ofd663jAq8a2iz-126" parent="1" style="rounded=0;whiteSpace=wrap;html=1;" value="到达时间后关闭水泵，&lt;font style=&quot;color: rgb(127, 0, 255);&quot;&gt;混水电磁阀，热水电磁阀&lt;/font&gt;，到达设定时间" vertex="1">
          <mxGeometry height="60" width="120" x="-3047.5" y="-1000" as="geometry" />
        </mxCell>
        <mxCell id="xD5JS4Ofd663jAq8a2iz-142" parent="1" style="rounded=1;whiteSpace=wrap;html=1;fillColor=#ffe6cc;strokeColor=#d79b00;" value="手动触发热水阀" vertex="1">
          <mxGeometry height="40" width="120" x="-3407.5" y="-990" as="geometry" />
        </mxCell>
        <mxCell id="xD5JS4Ofd663jAq8a2iz-144" parent="1" style="rounded=1;whiteSpace=wrap;html=1;" value="结束" vertex="1">
          <mxGeometry height="40" width="120" x="-2857.5" y="-990" as="geometry" />
        </mxCell>
        <mxCell id="xD5JS4Ofd663jAq8a2iz-145" edge="1" parent="1" style="edgeStyle=none;orthogonalLoop=1;jettySize=auto;html=1;rounded=0;" value="">
          <mxGeometry relative="1" width="100" as="geometry">
            <Array as="points" />
            <mxPoint x="-2917.5" y="-980" as="sourcePoint" />
            <mxPoint x="-2867.5" y="-980" as="targetPoint" />
          </mxGeometry>
        </mxCell>
        <mxCell id="xD5JS4Ofd663jAq8a2iz-146" parent="1" style="text;whiteSpace=wrap;html=1;" value="&lt;span style=&quot;color: rgb(0, 0, 0); font-family: Helvetica; font-size: 22px; font-style: normal; font-variant-ligatures: normal; font-variant-caps: normal; font-weight: 700; letter-spacing: normal; orphans: 2; text-align: left; text-indent: 0px; text-transform: none; widows: 2; word-spacing: 0px; -webkit-text-stroke-width: 0px; white-space: normal; background-color: rgb(236, 236, 236); text-decoration-thickness: initial; text-decoration-style: initial; text-decoration-color: initial; float: none; display: inline !important;&quot;&gt;咖啡功能&lt;/span&gt;" vertex="1">
          <mxGeometry height="50" width="120" x="-3655" y="-520" as="geometry" />
        </mxCell>
        <mxCell id="xD5JS4Ofd663jAq8a2iz-147" parent="1" style="text;whiteSpace=wrap;html=1;" value="&lt;span style=&quot;color: rgb(0, 0, 0); font-family: Helvetica; font-size: 22px; font-style: normal; font-variant-ligatures: normal; font-variant-caps: normal; font-weight: 700; letter-spacing: normal; orphans: 2; text-align: left; text-indent: 0px; text-transform: none; widows: 2; word-spacing: 0px; -webkit-text-stroke-width: 0px; white-space: normal; background-color: rgb(236, 236, 236); text-decoration-thickness: initial; text-decoration-style: initial; text-decoration-color: initial; float: none; display: inline !important;&quot;&gt;经典咖啡&lt;/span&gt;" vertex="1">
          <mxGeometry height="50" width="120" x="-3660" y="-450" as="geometry" />
        </mxCell>
        <mxCell id="xD5JS4Ofd663jAq8a2iz-148" parent="1" style="rounded=1;whiteSpace=wrap;html=1;align=left;fillColor=#dae8fc;strokeColor=#6c8ebf;" value="触摸屏界面有3个咖啡按键：按键1是单份咖啡，按键2是双份咖啡，按键3是手动按键。&lt;div&gt;&lt;strike&gt;1：&lt;font style=&quot;color: rgb(255, 0, 0);&quot;&gt;每个按键都有咖啡标识，&lt;/font&gt;&lt;font style=&quot;color: rgb(127, 0, 255);&quot;&gt;并可以自定义名称(目前是固定名称，该问题已经沟通过)&lt;/font&gt;&lt;/strike&gt;&lt;/div&gt;&lt;div&gt;2：每个按键都要有计时功能，并且停止后会保留当前按键工作时长，再次工作重新开始计时。（比如，按键1工作45秒停止工作，屏幕则显示按键1为45秒，再次工作可以用任意键工作，工作时间重新计算，以此循环。&lt;/div&gt;&lt;div&gt;3：经典咖啡制作中，水泵压力保持8-10BAR可调，并显示制作曲线，水泵压力由水泵转速控制&lt;/div&gt;&lt;div&gt;&lt;font style=&quot;color: rgb(255, 0, 0);&quot;&gt;4：时间单位为0.1秒&lt;/font&gt;&lt;/div&gt;" vertex="1">
          <mxGeometry height="130" width="825" x="-3665" y="-390" as="geometry" />
        </mxCell>
        <mxCell id="xD5JS4Ofd663jAq8a2iz-149" parent="1" style="rounded=1;whiteSpace=wrap;html=1;fillColor=#f8cecc;strokeColor=#b85450;" value="&lt;font style=&quot;font-size: 18px;&quot;&gt;称重制作咖啡功能&lt;/font&gt;" vertex="1">
          <mxGeometry height="60" width="165" x="-3690" y="-235" as="geometry" />
        </mxCell>
        <mxCell id="xD5JS4Ofd663jAq8a2iz-153" parent="1" style="rounded=1;whiteSpace=wrap;html=1;fillColor=#dae8fc;strokeColor=#6c8ebf;" value="3.在制作过程当中，重量到即停止工作，单片机要计算出，从水箱抽出多少重量的水，记住并在以后的制作中复刻它。即使不用称也可以达到很准确的重量（抽水的重量见水箱控制做详细介绍）" vertex="1">
          <mxGeometry height="70" width="320" x="-3400" y="20" as="geometry" />
        </mxCell>
        <mxCell id="xD5JS4Ofd663jAq8a2iz-154" parent="1" style="rounded=1;whiteSpace=wrap;html=1;fillColor=#d5e8d4;strokeColor=#82b366;" value="按键1~3" vertex="1">
          <mxGeometry height="40" width="90" x="-3650" y="-150" as="geometry" />
        </mxCell>
        <mxCell id="xD5JS4Ofd663jAq8a2iz-165" parent="1" style="rounded=1;whiteSpace=wrap;html=1;fillColor=#dae8fc;strokeColor=#6c8ebf;align=left;" value="4.工作时长在1-600秒可调" vertex="1">
          <mxGeometry height="30" width="320" x="-3400" y="90" as="geometry" />
        </mxCell>
        <mxCell id="xD5JS4Ofd663jAq8a2iz-172" edge="1" parent="1" style="endArrow=classic;html=1;rounded=0;entryX=1;entryY=0;entryDx=0;entryDy=0;entryPerimeter=0;" target="_P9jYmqXWWuWMUU2pL9c-48" value="">
          <mxGeometry height="50" relative="1" width="50" as="geometry">
            <mxPoint x="-3410" y="-70" as="sourcePoint" />
            <mxPoint x="-3320" y="-70" as="targetPoint" />
          </mxGeometry>
        </mxCell>
        <mxCell id="xD5JS4Ofd663jAq8a2iz-181" parent="1" style="rounded=1;whiteSpace=wrap;html=1;fillColor=#f8cecc;strokeColor=#b85450;" value="&lt;font style=&quot;font-size: 18px;&quot;&gt;手动变压制作咖啡功能&lt;/font&gt;" vertex="1">
          <mxGeometry height="60" width="200" x="-3727.5" y="220" as="geometry" />
        </mxCell>
        <mxCell id="xD5JS4Ofd663jAq8a2iz-183" parent="1" style="rounded=1;whiteSpace=wrap;html=1;" value="咖啡锅炉加热到设定温度或者不到设定温度" vertex="1">
          <mxGeometry height="60" width="120" x="-3717.5" y="360" as="geometry" />
        </mxCell>
        <mxCell id="xD5JS4Ofd663jAq8a2iz-184" parent="1" style="rounded=1;whiteSpace=wrap;html=1;fillColor=#d5e8d4;strokeColor=#82b366;" value="电位器" vertex="1">
          <mxGeometry height="40" width="90" x="-3702.5" y="300" as="geometry" />
        </mxCell>
        <mxCell id="xD5JS4Ofd663jAq8a2iz-186" edge="1" parent="1" style="endArrow=classic;html=1;rounded=0;" value="">
          <mxGeometry height="50" relative="1" width="50" as="geometry">
            <mxPoint x="-3597.5" y="389.44000000000005" as="sourcePoint" />
            <mxPoint x="-3552.5" y="389" as="targetPoint" />
          </mxGeometry>
        </mxCell>
        <mxCell id="xD5JS4Ofd663jAq8a2iz-187" parent="1" style="rounded=1;whiteSpace=wrap;html=1;" value="旋转电位器触发" vertex="1">
          <mxGeometry height="60" width="110" x="-3542.5" y="360" as="geometry" />
        </mxCell>
        <mxCell id="xD5JS4Ofd663jAq8a2iz-188" edge="1" parent="1" style="endArrow=classic;html=1;rounded=0;" value="">
          <mxGeometry height="50" relative="1" width="50" as="geometry">
            <mxPoint x="-3422.5" y="380" as="sourcePoint" />
            <mxPoint x="-3122.5" y="380" as="targetPoint" />
          </mxGeometry>
        </mxCell>
        <mxCell id="xD5JS4Ofd663jAq8a2iz-189" parent="1" style="text;html=1;whiteSpace=wrap;strokeColor=none;fillColor=none;align=center;verticalAlign=middle;rounded=0;" value="水泵+出水电磁阀+流量计+压力传感+电子秤工作，并且需要时间显示，显示要特别明显" vertex="1">
          <mxGeometry height="30" width="280" x="-3412.5" y="340" as="geometry" />
        </mxCell>
        <mxCell id="xD5JS4Ofd663jAq8a2iz-191" parent="1" style="text;html=1;whiteSpace=wrap;strokeColor=none;fillColor=none;align=center;verticalAlign=middle;rounded=0;" value="调节电机转速，让水泵压力从0-16BAR" vertex="1">
          <mxGeometry height="30" width="260" x="-3412.5" y="400" as="geometry" />
        </mxCell>
        <mxCell id="xD5JS4Ofd663jAq8a2iz-192" parent="1" style="rounded=1;whiteSpace=wrap;html=1;" value="反转电位器，电机转速到0，即结束工作。反转电机会越转越慢" vertex="1">
          <mxGeometry height="60" width="120" x="-3112.5" y="350" as="geometry" />
        </mxCell>
        <mxCell id="xD5JS4Ofd663jAq8a2iz-193" parent="1" style="rounded=1;whiteSpace=wrap;html=1;" value="结束，保留本次工作时间，下次启动重新计时。" vertex="1">
          <mxGeometry height="50" width="110" x="-2762.5" y="350" as="geometry" />
        </mxCell>
        <mxCell id="xD5JS4Ofd663jAq8a2iz-194" edge="1" parent="1" style="edgeStyle=orthogonalEdgeStyle;rounded=0;orthogonalLoop=1;jettySize=auto;html=1;" value="">
          <mxGeometry relative="1" as="geometry">
            <mxPoint x="-2982.5" y="380" as="sourcePoint" />
            <mxPoint x="-2772.5" y="380" as="targetPoint" />
          </mxGeometry>
        </mxCell>
        <mxCell id="xD5JS4Ofd663jAq8a2iz-195" parent="1" style="text;whiteSpace=wrap;html=1;" value="&lt;span style=&quot;color: rgb(0, 0, 0); font-family: Helvetica; font-size: 12px; font-style: normal; font-variant-ligatures: normal; font-variant-caps: normal; font-weight: 400; letter-spacing: normal; orphans: 2; text-align: center; text-indent: 0px; text-transform: none; widows: 2; word-spacing: 0px; -webkit-text-stroke-width: 0px; white-space: normal; background-color: rgb(236, 236, 236); text-decoration-thickness: initial; text-decoration-style: initial; text-decoration-color: initial; display: inline !important; float: none;&quot;&gt;水泵+电磁阀+压力+称同时关闭&lt;/span&gt;" vertex="1">
          <mxGeometry height="40" width="200" x="-2962.5" y="355" as="geometry" />
        </mxCell>
        <mxCell id="lgWbKkXzePmSplhIxeYr-1" parent="1" style="text;whiteSpace=wrap;html=1;" value="&lt;span style=&quot;color: rgb(0, 0, 0); font-family: Helvetica; font-size: 22px; font-style: normal; font-variant-ligatures: normal; font-variant-caps: normal; font-weight: 700; letter-spacing: normal; orphans: 2; text-align: left; text-indent: 0px; text-transform: none; widows: 2; word-spacing: 0px; -webkit-text-stroke-width: 0px; white-space: normal; background-color: rgb(236, 236, 236); text-decoration-thickness: initial; text-decoration-style: initial; text-decoration-color: initial; float: none; display: inline !important;&quot;&gt;冷水功能&lt;/span&gt;" vertex="1">
          <mxGeometry height="50" width="120" x="-3607.5" y="-760" as="geometry" />
        </mxCell>
        <mxCell id="lgWbKkXzePmSplhIxeYr-10" edge="1" parent="1" style="edgeStyle=none;orthogonalLoop=1;jettySize=auto;html=1;rounded=0;" value="">
          <mxGeometry relative="1" width="100" as="geometry">
            <Array as="points" />
            <mxPoint x="-3287.5" y="-670.71" as="sourcePoint" />
            <mxPoint x="-3237.5" y="-670.71" as="targetPoint" />
          </mxGeometry>
        </mxCell>
        <mxCell id="lgWbKkXzePmSplhIxeYr-11" parent="1" style="rounded=0;whiteSpace=wrap;html=1;" value="水泵在5-10BAR的压力范围工作，并且可调。混水电磁阀打开。工作时间可调0-120秒" vertex="1">
          <mxGeometry height="85" width="120" x="-3227.5" y="-695" as="geometry" />
        </mxCell>
        <mxCell id="lgWbKkXzePmSplhIxeYr-12" edge="1" parent="1" style="edgeStyle=none;orthogonalLoop=1;jettySize=auto;html=1;rounded=0;" value="">
          <mxGeometry relative="1" width="100" as="geometry">
            <Array as="points">
              <mxPoint x="-3077.5" y="-680" />
            </Array>
            <mxPoint x="-3097.5" y="-680" as="sourcePoint" />
            <mxPoint x="-3047.5" y="-680" as="targetPoint" />
          </mxGeometry>
        </mxCell>
        <mxCell id="lgWbKkXzePmSplhIxeYr-13" parent="1" style="rounded=0;whiteSpace=wrap;html=1;" value="到达时间后关闭水泵，&lt;font style=&quot;color: rgb(127, 0, 255);&quot;&gt;混水电磁阀&lt;/font&gt;，到达设定时间" vertex="1">
          <mxGeometry height="60" width="120" x="-3047.5" y="-700" as="geometry" />
        </mxCell>
        <mxCell id="lgWbKkXzePmSplhIxeYr-15" parent="1" style="rounded=1;whiteSpace=wrap;html=1;fillColor=#ffe6cc;strokeColor=#d79b00;" value="手动触发热水阀" vertex="1">
          <mxGeometry height="40" width="120" x="-3407.5" y="-690" as="geometry" />
        </mxCell>
        <mxCell id="lgWbKkXzePmSplhIxeYr-16" parent="1" style="rounded=1;whiteSpace=wrap;html=1;" value="结束" vertex="1">
          <mxGeometry height="40" width="120" x="-2857.5" y="-690" as="geometry" />
        </mxCell>
        <mxCell id="lgWbKkXzePmSplhIxeYr-17" edge="1" parent="1" style="edgeStyle=none;orthogonalLoop=1;jettySize=auto;html=1;rounded=0;" value="">
          <mxGeometry relative="1" width="100" as="geometry">
            <Array as="points" />
            <mxPoint x="-2917.5" y="-680" as="sourcePoint" />
            <mxPoint x="-2867.5" y="-680" as="targetPoint" />
          </mxGeometry>
        </mxCell>
        <mxCell id="lgWbKkXzePmSplhIxeYr-38" edge="1" parent="1" style="edgeStyle=orthogonalEdgeStyle;rounded=0;orthogonalLoop=1;jettySize=auto;html=1;" value="">
          <mxGeometry relative="1" as="geometry">
            <mxPoint x="-3147.5" y="1219" as="sourcePoint" />
            <mxPoint x="-2982.5" y="1219" as="targetPoint" />
          </mxGeometry>
        </mxCell>
        <mxCell id="lgWbKkXzePmSplhIxeYr-39" parent="1" style="text;html=1;whiteSpace=wrap;strokeColor=none;fillColor=none;align=center;verticalAlign=middle;rounded=0;" value="泵+出水电磁阀打开20秒" vertex="1">
          <mxGeometry height="30" width="140" x="-3130" y="1190" as="geometry" />
        </mxCell>
        <mxCell id="lgWbKkXzePmSplhIxeYr-40" parent="1" style="rounded=1;whiteSpace=wrap;html=1;" value="第三次冲洗，停顿20秒" vertex="1">
          <mxGeometry height="40" width="80" x="-2980" y="1200" as="geometry" />
        </mxCell>
        <mxCell id="lgWbKkXzePmSplhIxeYr-41" edge="1" parent="1" style="edgeStyle=orthogonalEdgeStyle;rounded=0;orthogonalLoop=1;jettySize=auto;html=1;" target="lgWbKkXzePmSplhIxeYr-43" value="">
          <mxGeometry relative="1" as="geometry">
            <mxPoint x="-2655" y="1220" as="sourcePoint" />
          </mxGeometry>
        </mxCell>
        <mxCell id="lgWbKkXzePmSplhIxeYr-42" parent="1" style="text;html=1;whiteSpace=wrap;strokeColor=none;fillColor=none;align=center;verticalAlign=middle;rounded=0;" value="泵+出水电磁阀打开20秒" vertex="1">
          <mxGeometry height="30" width="140" x="-2645" y="1190" as="geometry" />
        </mxCell>
        <mxCell id="lgWbKkXzePmSplhIxeYr-43" parent="1" style="rounded=1;whiteSpace=wrap;html=1;" value="第五次冲洗，停顿20秒" vertex="1">
          <mxGeometry height="40" width="80" x="-2490" y="1200" as="geometry" />
        </mxCell>
        <mxCell id="lgWbKkXzePmSplhIxeYr-44" edge="1" parent="1" style="edgeStyle=orthogonalEdgeStyle;rounded=0;orthogonalLoop=1;jettySize=auto;html=1;" value="">
          <mxGeometry relative="1" as="geometry">
            <mxPoint x="-2902.5" y="1220" as="sourcePoint" />
            <mxPoint x="-2737.5" y="1220" as="targetPoint" />
          </mxGeometry>
        </mxCell>
        <mxCell id="lgWbKkXzePmSplhIxeYr-45" parent="1" style="text;html=1;whiteSpace=wrap;strokeColor=none;fillColor=none;align=center;verticalAlign=middle;rounded=0;" value="泵+出水电磁阀打开20秒" vertex="1">
          <mxGeometry height="30" width="140" x="-2900" y="1190" as="geometry" />
        </mxCell>
        <mxCell id="lgWbKkXzePmSplhIxeYr-46" parent="1" style="rounded=1;whiteSpace=wrap;html=1;" value="第四次冲洗，停顿20秒" vertex="1">
          <mxGeometry height="40" width="80" x="-2735" y="1200" as="geometry" />
        </mxCell>
        <mxCell id="lgWbKkXzePmSplhIxeYr-47" edge="1" parent="1" style="edgeStyle=orthogonalEdgeStyle;rounded=0;orthogonalLoop=1;jettySize=auto;html=1;" target="lgWbKkXzePmSplhIxeYr-49" value="">
          <mxGeometry relative="1" as="geometry">
            <mxPoint x="-2407.5" y="1220" as="sourcePoint" />
          </mxGeometry>
        </mxCell>
        <mxCell id="lgWbKkXzePmSplhIxeYr-48" parent="1" style="text;html=1;whiteSpace=wrap;strokeColor=none;fillColor=none;align=center;verticalAlign=middle;rounded=0;" value="泵+出水电磁阀打开20秒" vertex="1">
          <mxGeometry height="30" width="140" x="-2397.5" y="1190" as="geometry" />
        </mxCell>
        <mxCell id="lgWbKkXzePmSplhIxeYr-49" parent="1" style="rounded=1;whiteSpace=wrap;html=1;" value="第六次冲洗，停顿20秒" vertex="1">
          <mxGeometry height="40" width="80" x="-2242.5" y="1200" as="geometry" />
        </mxCell>
        <mxCell id="lgWbKkXzePmSplhIxeYr-50" edge="1" parent="1" style="endArrow=classic;html=1;rounded=0;entryX=0.983;entryY=0.375;entryDx=0;entryDy=0;entryPerimeter=0;" target="_P9jYmqXWWuWMUU2pL9c-141" value="">
          <mxGeometry height="50" relative="1" width="50" as="geometry">
            <mxPoint x="-2275" y="1310" as="sourcePoint" />
            <mxPoint x="-2635" y="1280" as="targetPoint" />
          </mxGeometry>
        </mxCell>
        <mxCell id="lgWbKkXzePmSplhIxeYr-51" parent="1" style="text;html=1;whiteSpace=wrap;strokeColor=none;fillColor=none;align=left;verticalAlign=middle;rounded=0;fontSize=22;fontStyle=1" value="清洗提醒" vertex="1">
          <mxGeometry height="30" width="160" x="-3730" y="1410" as="geometry" />
        </mxCell>
        <mxCell id="lgWbKkXzePmSplhIxeYr-52" parent="1" style="text;html=1;whiteSpace=wrap;strokeColor=#d79b00;fillColor=#ffe6cc;align=left;verticalAlign=middle;rounded=0;" value="所有按键工作0-500杯就要提醒清洗工作" vertex="1">
          <mxGeometry height="30" width="257.5" x="-3730" y="1440" as="geometry" />
        </mxCell>
        <mxCell id="lgWbKkXzePmSplhIxeYr-53" parent="1" style="text;html=1;whiteSpace=wrap;strokeColor=none;fillColor=none;align=left;verticalAlign=middle;rounded=0;fontSize=22;fontStyle=1" value="关于其他功能：&lt;div&gt;1.参数设定&lt;/div&gt;&lt;div&gt;2.故障代码，显示提醒，诊断&lt;/div&gt;&lt;div&gt;3.关于上面设置参数等&lt;/div&gt;&lt;div&gt;4.水箱水位变成重量有何问题5&lt;/div&gt;&lt;div&gt;&lt;br&gt;&lt;/div&gt;" vertex="1">
          <mxGeometry height="130" width="317.5" x="-3727.5" y="1690" as="geometry" />
        </mxCell>
        <mxCell id="riORpZrSyDfUIBfQNrKo-1" parent="1" style="rounded=1;whiteSpace=wrap;html=1;fillColor=#f8cecc;strokeColor=#b85450;" value="&lt;font style=&quot;font-size: 18px;&quot;&gt;默认程序咖啡功能：&lt;font style=&quot;color: rgb(255, 0, 0);&quot;&gt;该部分主要是默认参数，提供出厂的默认参数配置&lt;/font&gt;&lt;/font&gt;" vertex="1">
          <mxGeometry height="70" width="315" x="-3712.5" y="490" as="geometry" />
        </mxCell>
        <mxCell id="riORpZrSyDfUIBfQNrKo-2" parent="1" style="rounded=1;whiteSpace=wrap;html=1;" value="单份浓缩" vertex="1">
          <mxGeometry height="50" width="110" x="-3707.5" y="590" as="geometry" />
        </mxCell>
        <mxCell id="riORpZrSyDfUIBfQNrKo-3" parent="1" style="rounded=1;whiteSpace=wrap;html=1;fillColor=#ffe6cc;strokeColor=#d79b00;" value="按键触发" vertex="1">
          <mxGeometry height="40" width="80" x="-3557.5" y="590" as="geometry" />
        </mxCell>
        <mxCell id="riORpZrSyDfUIBfQNrKo-4" edge="1" parent="1" source="riORpZrSyDfUIBfQNrKo-2" style="endArrow=classic;html=1;rounded=0;exitX=1.01;exitY=0.506;exitDx=0;exitDy=0;exitPerimeter=0;entryX=0.007;entryY=0.589;entryDx=0;entryDy=0;entryPerimeter=0;" target="riORpZrSyDfUIBfQNrKo-3" value="">
          <mxGeometry height="50" relative="1" width="50" as="geometry">
            <mxPoint x="-3537.5" y="760" as="sourcePoint" />
            <mxPoint x="-3567.5" y="615" as="targetPoint" />
          </mxGeometry>
        </mxCell>
        <mxCell id="riORpZrSyDfUIBfQNrKo-5" edge="1" parent="1" source="riORpZrSyDfUIBfQNrKo-3" style="endArrow=classic;html=1;rounded=0;exitX=1.043;exitY=0.504;exitDx=0;exitDy=0;exitPerimeter=0;" value="">
          <mxGeometry height="50" relative="1" width="50" as="geometry">
            <mxPoint x="-3517.5" y="720" as="sourcePoint" />
            <mxPoint x="-3437.5" y="610" as="targetPoint" />
          </mxGeometry>
        </mxCell>
        <mxCell id="riORpZrSyDfUIBfQNrKo-7" parent="1" style="rounded=1;whiteSpace=wrap;html=1;" value="预浸泡阶段：压力3BAR，时间5秒" vertex="1">
          <mxGeometry height="50" width="110" x="-3437.5" y="585" as="geometry" />
        </mxCell>
        <mxCell id="riORpZrSyDfUIBfQNrKo-8" edge="1" parent="1" style="endArrow=classic;html=1;rounded=0;exitX=1.043;exitY=0.504;exitDx=0;exitDy=0;exitPerimeter=0;" value="">
          <mxGeometry height="50" relative="1" width="50" as="geometry">
            <mxPoint x="-3326" y="609.71" as="sourcePoint" />
            <mxPoint x="-3289" y="609.71" as="targetPoint" />
          </mxGeometry>
        </mxCell>
        <mxCell id="riORpZrSyDfUIBfQNrKo-9" parent="1" style="rounded=1;whiteSpace=wrap;html=1;" value="主萃取阶段：压力9BAR，时间18秒" vertex="1">
          <mxGeometry height="50" width="110" x="-3287.5" y="585" as="geometry" />
        </mxCell>
        <mxCell id="riORpZrSyDfUIBfQNrKo-10" edge="1" parent="1" style="endArrow=classic;html=1;rounded=0;exitX=1.043;exitY=0.504;exitDx=0;exitDy=0;exitPerimeter=0;" value="">
          <mxGeometry height="50" relative="1" width="50" as="geometry">
            <mxPoint x="-3177.5" y="609.71" as="sourcePoint" />
            <mxPoint x="-3140.5" y="609.71" as="targetPoint" />
          </mxGeometry>
        </mxCell>
        <mxCell id="riORpZrSyDfUIBfQNrKo-11" parent="1" style="rounded=1;whiteSpace=wrap;html=1;" value="尾段降压：压力5BAR，时间5秒" vertex="1">
          <mxGeometry height="50" width="110" x="-3142.5" y="585" as="geometry" />
        </mxCell>
        <mxCell id="riORpZrSyDfUIBfQNrKo-12" parent="1" style="rounded=1;whiteSpace=wrap;html=1;" value="结束" vertex="1">
          <mxGeometry height="40" width="75" x="-2992.5" y="590" as="geometry" />
        </mxCell>
        <mxCell id="riORpZrSyDfUIBfQNrKo-13" edge="1" parent="1" style="endArrow=classic;html=1;rounded=0;exitX=1.043;exitY=0.504;exitDx=0;exitDy=0;exitPerimeter=0;" value="">
          <mxGeometry height="50" relative="1" width="50" as="geometry">
            <mxPoint x="-3031" y="609.71" as="sourcePoint" />
            <mxPoint x="-2994" y="609.71" as="targetPoint" />
          </mxGeometry>
        </mxCell>
        <mxCell id="0SS8FHruJlp0RhGvm0XP-1" parent="1" style="rounded=1;whiteSpace=wrap;html=1;" value="双份浓缩" vertex="1">
          <mxGeometry height="50" width="110" x="-3707.5" y="655" as="geometry" />
        </mxCell>
        <mxCell id="0SS8FHruJlp0RhGvm0XP-2" parent="1" style="rounded=1;whiteSpace=wrap;html=1;fillColor=#ffe6cc;strokeColor=#d79b00;" value="按键触发" vertex="1">
          <mxGeometry height="40" width="80" x="-3557.5" y="655" as="geometry" />
        </mxCell>
        <mxCell id="0SS8FHruJlp0RhGvm0XP-3" edge="1" parent="1" source="0SS8FHruJlp0RhGvm0XP-1" style="endArrow=classic;html=1;rounded=0;exitX=1.01;exitY=0.506;exitDx=0;exitDy=0;exitPerimeter=0;entryX=0.007;entryY=0.589;entryDx=0;entryDy=0;entryPerimeter=0;" target="0SS8FHruJlp0RhGvm0XP-2" value="">
          <mxGeometry height="50" relative="1" width="50" as="geometry">
            <mxPoint x="-3537.5" y="825" as="sourcePoint" />
            <mxPoint x="-3567.5" y="680" as="targetPoint" />
          </mxGeometry>
        </mxCell>
        <mxCell id="0SS8FHruJlp0RhGvm0XP-4" edge="1" parent="1" source="0SS8FHruJlp0RhGvm0XP-2" style="endArrow=classic;html=1;rounded=0;exitX=1.043;exitY=0.504;exitDx=0;exitDy=0;exitPerimeter=0;" value="">
          <mxGeometry height="50" relative="1" width="50" as="geometry">
            <mxPoint x="-3517.5" y="785" as="sourcePoint" />
            <mxPoint x="-3437.5" y="675" as="targetPoint" />
          </mxGeometry>
        </mxCell>
        <mxCell id="0SS8FHruJlp0RhGvm0XP-5" parent="1" style="rounded=1;whiteSpace=wrap;html=1;" value="预浸泡阶段：压力3BAR，时间5秒" vertex="1">
          <mxGeometry height="50" width="110" x="-3437.5" y="650" as="geometry" />
        </mxCell>
        <mxCell id="0SS8FHruJlp0RhGvm0XP-6" edge="1" parent="1" style="endArrow=classic;html=1;rounded=0;exitX=1.043;exitY=0.504;exitDx=0;exitDy=0;exitPerimeter=0;" value="">
          <mxGeometry height="50" relative="1" width="50" as="geometry">
            <mxPoint x="-3326" y="674.71" as="sourcePoint" />
            <mxPoint x="-3289" y="674.71" as="targetPoint" />
          </mxGeometry>
        </mxCell>
        <mxCell id="0SS8FHruJlp0RhGvm0XP-7" parent="1" style="rounded=1;whiteSpace=wrap;html=1;" value="主萃取阶段：压力9BAR，时间20秒" vertex="1">
          <mxGeometry height="50" width="110" x="-3287.5" y="650" as="geometry" />
        </mxCell>
        <mxCell id="0SS8FHruJlp0RhGvm0XP-8" edge="1" parent="1" style="endArrow=classic;html=1;rounded=0;exitX=1.043;exitY=0.504;exitDx=0;exitDy=0;exitPerimeter=0;" value="">
          <mxGeometry height="50" relative="1" width="50" as="geometry">
            <mxPoint x="-3177.5" y="674.71" as="sourcePoint" />
            <mxPoint x="-3140.5" y="674.71" as="targetPoint" />
          </mxGeometry>
        </mxCell>
        <mxCell id="0SS8FHruJlp0RhGvm0XP-9" parent="1" style="rounded=1;whiteSpace=wrap;html=1;" value="尾段降压：压力5BAR，时间5秒" vertex="1">
          <mxGeometry height="50" width="110" x="-3142.5" y="650" as="geometry" />
        </mxCell>
        <mxCell id="0SS8FHruJlp0RhGvm0XP-10" parent="1" style="rounded=1;whiteSpace=wrap;html=1;" value="结束" vertex="1">
          <mxGeometry height="40" width="75" x="-2992.5" y="655" as="geometry" />
        </mxCell>
        <mxCell id="0SS8FHruJlp0RhGvm0XP-11" edge="1" parent="1" style="endArrow=classic;html=1;rounded=0;exitX=1.043;exitY=0.504;exitDx=0;exitDy=0;exitPerimeter=0;" value="">
          <mxGeometry height="50" relative="1" width="50" as="geometry">
            <mxPoint x="-3031" y="674.71" as="sourcePoint" />
            <mxPoint x="-2994" y="674.71" as="targetPoint" />
          </mxGeometry>
        </mxCell>
        <mxCell id="0SS8FHruJlp0RhGvm0XP-12" parent="1" style="rounded=1;whiteSpace=wrap;html=1;" value="美式咖啡" vertex="1">
          <mxGeometry height="50" width="110" x="-3707.5" y="715" as="geometry" />
        </mxCell>
        <mxCell id="0SS8FHruJlp0RhGvm0XP-13" parent="1" style="rounded=1;whiteSpace=wrap;html=1;fillColor=#ffe6cc;strokeColor=#d79b00;" value="按键触发" vertex="1">
          <mxGeometry height="40" width="80" x="-3557.5" y="715" as="geometry" />
        </mxCell>
        <mxCell id="0SS8FHruJlp0RhGvm0XP-14" edge="1" parent="1" source="0SS8FHruJlp0RhGvm0XP-12" style="endArrow=classic;html=1;rounded=0;exitX=1.01;exitY=0.506;exitDx=0;exitDy=0;exitPerimeter=0;entryX=0.007;entryY=0.589;entryDx=0;entryDy=0;entryPerimeter=0;" target="0SS8FHruJlp0RhGvm0XP-13" value="">
          <mxGeometry height="50" relative="1" width="50" as="geometry">
            <mxPoint x="-3537.5" y="885" as="sourcePoint" />
            <mxPoint x="-3567.5" y="740" as="targetPoint" />
          </mxGeometry>
        </mxCell>
        <mxCell id="0SS8FHruJlp0RhGvm0XP-15" edge="1" parent="1" source="0SS8FHruJlp0RhGvm0XP-13" style="endArrow=classic;html=1;rounded=0;exitX=1.043;exitY=0.504;exitDx=0;exitDy=0;exitPerimeter=0;" value="">
          <mxGeometry height="50" relative="1" width="50" as="geometry">
            <mxPoint x="-3517.5" y="845" as="sourcePoint" />
            <mxPoint x="-3437.5" y="735" as="targetPoint" />
          </mxGeometry>
        </mxCell>
        <mxCell id="0SS8FHruJlp0RhGvm0XP-16" parent="1" style="rounded=1;whiteSpace=wrap;html=1;" value="预浸泡阶段：压力3BAR，时间5秒" vertex="1">
          <mxGeometry height="50" width="110" x="-3437.5" y="710" as="geometry" />
        </mxCell>
        <mxCell id="0SS8FHruJlp0RhGvm0XP-17" edge="1" parent="1" style="endArrow=classic;html=1;rounded=0;exitX=1.043;exitY=0.504;exitDx=0;exitDy=0;exitPerimeter=0;" value="">
          <mxGeometry height="50" relative="1" width="50" as="geometry">
            <mxPoint x="-3326" y="734.71" as="sourcePoint" />
            <mxPoint x="-3289" y="734.71" as="targetPoint" />
          </mxGeometry>
        </mxCell>
        <mxCell id="0SS8FHruJlp0RhGvm0XP-18" parent="1" style="rounded=1;whiteSpace=wrap;html=1;" value="主萃取阶段：压力9BAR，时间20秒" vertex="1">
          <mxGeometry height="50" width="110" x="-3287.5" y="710" as="geometry" />
        </mxCell>
        <mxCell id="0SS8FHruJlp0RhGvm0XP-19" edge="1" parent="1" style="endArrow=classic;html=1;rounded=0;exitX=1.043;exitY=0.504;exitDx=0;exitDy=0;exitPerimeter=0;" value="">
          <mxGeometry height="50" relative="1" width="50" as="geometry">
            <mxPoint x="-3177.5" y="734.71" as="sourcePoint" />
            <mxPoint x="-3140.5" y="734.71" as="targetPoint" />
          </mxGeometry>
        </mxCell>
        <mxCell id="0SS8FHruJlp0RhGvm0XP-20" parent="1" style="rounded=1;whiteSpace=wrap;html=1;" value="尾段降压：压力4BAR，时间5秒" vertex="1">
          <mxGeometry height="50" width="110" x="-3142.5" y="710" as="geometry" />
        </mxCell>
        <mxCell id="0SS8FHruJlp0RhGvm0XP-21" parent="1" style="rounded=1;whiteSpace=wrap;html=1;" value="结束" vertex="1">
          <mxGeometry height="40" width="75" x="-2992.5" y="715" as="geometry" />
        </mxCell>
        <mxCell id="0SS8FHruJlp0RhGvm0XP-22" edge="1" parent="1" style="endArrow=classic;html=1;rounded=0;exitX=1.043;exitY=0.504;exitDx=0;exitDy=0;exitPerimeter=0;" value="">
          <mxGeometry height="50" relative="1" width="50" as="geometry">
            <mxPoint x="-3031" y="734.71" as="sourcePoint" />
            <mxPoint x="-2994" y="734.71" as="targetPoint" />
          </mxGeometry>
        </mxCell>
        <mxCell id="0SS8FHruJlp0RhGvm0XP-23" parent="1" style="rounded=1;whiteSpace=wrap;html=1;" value="浅烘焙" vertex="1">
          <mxGeometry height="50" width="110" x="-3707.5" y="785" as="geometry" />
        </mxCell>
        <mxCell id="0SS8FHruJlp0RhGvm0XP-24" parent="1" style="rounded=1;whiteSpace=wrap;html=1;fillColor=#ffe6cc;strokeColor=#d79b00;" value="按键触发" vertex="1">
          <mxGeometry height="40" width="80" x="-3557.5" y="785" as="geometry" />
        </mxCell>
        <mxCell id="0SS8FHruJlp0RhGvm0XP-25" edge="1" parent="1" source="0SS8FHruJlp0RhGvm0XP-23" style="endArrow=classic;html=1;rounded=0;exitX=1.01;exitY=0.506;exitDx=0;exitDy=0;exitPerimeter=0;entryX=0.007;entryY=0.589;entryDx=0;entryDy=0;entryPerimeter=0;" target="0SS8FHruJlp0RhGvm0XP-24" value="">
          <mxGeometry height="50" relative="1" width="50" as="geometry">
            <mxPoint x="-3537.5" y="955" as="sourcePoint" />
            <mxPoint x="-3567.5" y="810" as="targetPoint" />
          </mxGeometry>
        </mxCell>
        <mxCell id="0SS8FHruJlp0RhGvm0XP-26" edge="1" parent="1" source="0SS8FHruJlp0RhGvm0XP-24" style="endArrow=classic;html=1;rounded=0;exitX=1.043;exitY=0.504;exitDx=0;exitDy=0;exitPerimeter=0;" value="">
          <mxGeometry height="50" relative="1" width="50" as="geometry">
            <mxPoint x="-3517.5" y="915" as="sourcePoint" />
            <mxPoint x="-3437.5" y="805" as="targetPoint" />
          </mxGeometry>
        </mxCell>
        <mxCell id="0SS8FHruJlp0RhGvm0XP-27" parent="1" style="rounded=1;whiteSpace=wrap;html=1;" value="预浸泡阶段：压力3BAR，时间9秒" vertex="1">
          <mxGeometry height="50" width="110" x="-3437.5" y="780" as="geometry" />
        </mxCell>
        <mxCell id="0SS8FHruJlp0RhGvm0XP-28" edge="1" parent="1" style="endArrow=classic;html=1;rounded=0;exitX=1.043;exitY=0.504;exitDx=0;exitDy=0;exitPerimeter=0;" value="">
          <mxGeometry height="50" relative="1" width="50" as="geometry">
            <mxPoint x="-3326" y="804.71" as="sourcePoint" />
            <mxPoint x="-3289" y="804.71" as="targetPoint" />
          </mxGeometry>
        </mxCell>
        <mxCell id="0SS8FHruJlp0RhGvm0XP-29" parent="1" style="rounded=1;whiteSpace=wrap;html=1;" value="主萃取阶段：压力9BAR，时间22秒" vertex="1">
          <mxGeometry height="50" width="110" x="-3287.5" y="780" as="geometry" />
        </mxCell>
        <mxCell id="0SS8FHruJlp0RhGvm0XP-30" edge="1" parent="1" style="endArrow=classic;html=1;rounded=0;exitX=1.043;exitY=0.504;exitDx=0;exitDy=0;exitPerimeter=0;" value="">
          <mxGeometry height="50" relative="1" width="50" as="geometry">
            <mxPoint x="-3177.5" y="804.71" as="sourcePoint" />
            <mxPoint x="-3140.5" y="804.71" as="targetPoint" />
          </mxGeometry>
        </mxCell>
        <mxCell id="0SS8FHruJlp0RhGvm0XP-31" parent="1" style="rounded=1;whiteSpace=wrap;html=1;" value="尾段降压：压力4BAR，时间5秒" vertex="1">
          <mxGeometry height="50" width="110" x="-3142.5" y="780" as="geometry" />
        </mxCell>
        <mxCell id="0SS8FHruJlp0RhGvm0XP-32" parent="1" style="rounded=1;whiteSpace=wrap;html=1;" value="结束" vertex="1">
          <mxGeometry height="40" width="75" x="-2992.5" y="785" as="geometry" />
        </mxCell>
        <mxCell id="0SS8FHruJlp0RhGvm0XP-33" edge="1" parent="1" style="endArrow=classic;html=1;rounded=0;exitX=1.043;exitY=0.504;exitDx=0;exitDy=0;exitPerimeter=0;" value="">
          <mxGeometry height="50" relative="1" width="50" as="geometry">
            <mxPoint x="-3031" y="804.71" as="sourcePoint" />
            <mxPoint x="-2994" y="804.71" as="targetPoint" />
          </mxGeometry>
        </mxCell>
        <mxCell id="0SS8FHruJlp0RhGvm0XP-34" parent="1" style="rounded=1;whiteSpace=wrap;html=1;" value="中烘焙" vertex="1">
          <mxGeometry height="50" width="110" x="-3707.5" y="855" as="geometry" />
        </mxCell>
        <mxCell id="0SS8FHruJlp0RhGvm0XP-35" parent="1" style="rounded=1;whiteSpace=wrap;html=1;fillColor=#ffe6cc;strokeColor=#d79b00;" value="按键触发" vertex="1">
          <mxGeometry height="40" width="80" x="-3557.5" y="855" as="geometry" />
        </mxCell>
        <mxCell id="0SS8FHruJlp0RhGvm0XP-36" edge="1" parent="1" source="0SS8FHruJlp0RhGvm0XP-34" style="endArrow=classic;html=1;rounded=0;exitX=1.01;exitY=0.506;exitDx=0;exitDy=0;exitPerimeter=0;entryX=0.007;entryY=0.589;entryDx=0;entryDy=0;entryPerimeter=0;" target="0SS8FHruJlp0RhGvm0XP-35" value="">
          <mxGeometry height="50" relative="1" width="50" as="geometry">
            <mxPoint x="-3537.5" y="1025" as="sourcePoint" />
            <mxPoint x="-3567.5" y="880" as="targetPoint" />
          </mxGeometry>
        </mxCell>
        <mxCell id="0SS8FHruJlp0RhGvm0XP-37" edge="1" parent="1" source="0SS8FHruJlp0RhGvm0XP-35" style="endArrow=classic;html=1;rounded=0;exitX=1.043;exitY=0.504;exitDx=0;exitDy=0;exitPerimeter=0;" value="">
          <mxGeometry height="50" relative="1" width="50" as="geometry">
            <mxPoint x="-3517.5" y="985" as="sourcePoint" />
            <mxPoint x="-3437.5" y="875" as="targetPoint" />
          </mxGeometry>
        </mxCell>
        <mxCell id="0SS8FHruJlp0RhGvm0XP-38" parent="1" style="rounded=1;whiteSpace=wrap;html=1;" value="预浸泡阶段：压力3BAR，时间7秒" vertex="1">
          <mxGeometry height="50" width="110" x="-3437.5" y="850" as="geometry" />
        </mxCell>
        <mxCell id="0SS8FHruJlp0RhGvm0XP-39" edge="1" parent="1" style="endArrow=classic;html=1;rounded=0;exitX=1.043;exitY=0.504;exitDx=0;exitDy=0;exitPerimeter=0;" value="">
          <mxGeometry height="50" relative="1" width="50" as="geometry">
            <mxPoint x="-3326" y="874.71" as="sourcePoint" />
            <mxPoint x="-3289" y="874.71" as="targetPoint" />
          </mxGeometry>
        </mxCell>
        <mxCell id="0SS8FHruJlp0RhGvm0XP-40" parent="1" style="rounded=1;whiteSpace=wrap;html=1;" value="主萃取阶段：压力9BAR，时间20秒" vertex="1">
          <mxGeometry height="50" width="110" x="-3287.5" y="850" as="geometry" />
        </mxCell>
        <mxCell id="0SS8FHruJlp0RhGvm0XP-41" edge="1" parent="1" style="endArrow=classic;html=1;rounded=0;exitX=1.043;exitY=0.504;exitDx=0;exitDy=0;exitPerimeter=0;" value="">
          <mxGeometry height="50" relative="1" width="50" as="geometry">
            <mxPoint x="-3177.5" y="874.71" as="sourcePoint" />
            <mxPoint x="-3140.5" y="874.71" as="targetPoint" />
          </mxGeometry>
        </mxCell>
        <mxCell id="0SS8FHruJlp0RhGvm0XP-42" parent="1" style="rounded=1;whiteSpace=wrap;html=1;" value="尾段降压：压力4BAR，时间5秒" vertex="1">
          <mxGeometry height="50" width="110" x="-3142.5" y="850" as="geometry" />
        </mxCell>
        <mxCell id="0SS8FHruJlp0RhGvm0XP-43" parent="1" style="rounded=1;whiteSpace=wrap;html=1;" value="结束" vertex="1">
          <mxGeometry height="40" width="75" x="-2992.5" y="855" as="geometry" />
        </mxCell>
        <mxCell id="0SS8FHruJlp0RhGvm0XP-44" edge="1" parent="1" style="endArrow=classic;html=1;rounded=0;exitX=1.043;exitY=0.504;exitDx=0;exitDy=0;exitPerimeter=0;" value="">
          <mxGeometry height="50" relative="1" width="50" as="geometry">
            <mxPoint x="-3031" y="874.71" as="sourcePoint" />
            <mxPoint x="-2994" y="874.71" as="targetPoint" />
          </mxGeometry>
        </mxCell>
        <mxCell id="0SS8FHruJlp0RhGvm0XP-45" parent="1" style="rounded=1;whiteSpace=wrap;html=1;" value="深烘焙" vertex="1">
          <mxGeometry height="50" width="110" x="-3707.5" y="925" as="geometry" />
        </mxCell>
        <mxCell id="0SS8FHruJlp0RhGvm0XP-46" parent="1" style="rounded=1;whiteSpace=wrap;html=1;fillColor=#ffe6cc;strokeColor=#d79b00;" value="按键触发" vertex="1">
          <mxGeometry height="40" width="80" x="-3557.5" y="925" as="geometry" />
        </mxCell>
        <mxCell id="0SS8FHruJlp0RhGvm0XP-47" edge="1" parent="1" source="0SS8FHruJlp0RhGvm0XP-45" style="endArrow=classic;html=1;rounded=0;exitX=1.01;exitY=0.506;exitDx=0;exitDy=0;exitPerimeter=0;entryX=0.007;entryY=0.589;entryDx=0;entryDy=0;entryPerimeter=0;" target="0SS8FHruJlp0RhGvm0XP-46" value="">
          <mxGeometry height="50" relative="1" width="50" as="geometry">
            <mxPoint x="-3537.5" y="1095" as="sourcePoint" />
            <mxPoint x="-3567.5" y="950" as="targetPoint" />
          </mxGeometry>
        </mxCell>
        <mxCell id="0SS8FHruJlp0RhGvm0XP-48" edge="1" parent="1" source="0SS8FHruJlp0RhGvm0XP-46" style="endArrow=classic;html=1;rounded=0;exitX=1.043;exitY=0.504;exitDx=0;exitDy=0;exitPerimeter=0;" value="">
          <mxGeometry height="50" relative="1" width="50" as="geometry">
            <mxPoint x="-3517.5" y="1055" as="sourcePoint" />
            <mxPoint x="-3437.5" y="945" as="targetPoint" />
          </mxGeometry>
        </mxCell>
        <mxCell id="0SS8FHruJlp0RhGvm0XP-49" parent="1" style="rounded=1;whiteSpace=wrap;html=1;" value="预浸泡阶段：压力3BAR，时间5秒" vertex="1">
          <mxGeometry height="50" width="110" x="-3437.5" y="920" as="geometry" />
        </mxCell>
        <mxCell id="0SS8FHruJlp0RhGvm0XP-50" edge="1" parent="1" style="endArrow=classic;html=1;rounded=0;exitX=1.043;exitY=0.504;exitDx=0;exitDy=0;exitPerimeter=0;" value="">
          <mxGeometry height="50" relative="1" width="50" as="geometry">
            <mxPoint x="-3326" y="944.71" as="sourcePoint" />
            <mxPoint x="-3289" y="944.71" as="targetPoint" />
          </mxGeometry>
        </mxCell>
        <mxCell id="0SS8FHruJlp0RhGvm0XP-51" parent="1" style="rounded=1;whiteSpace=wrap;html=1;" value="主萃取阶段：压力9BAR，时间18秒" vertex="1">
          <mxGeometry height="50" width="110" x="-3287.5" y="920" as="geometry" />
        </mxCell>
        <mxCell id="0SS8FHruJlp0RhGvm0XP-52" edge="1" parent="1" style="endArrow=classic;html=1;rounded=0;exitX=1.043;exitY=0.504;exitDx=0;exitDy=0;exitPerimeter=0;" value="">
          <mxGeometry height="50" relative="1" width="50" as="geometry">
            <mxPoint x="-3177.5" y="944.71" as="sourcePoint" />
            <mxPoint x="-3140.5" y="944.71" as="targetPoint" />
          </mxGeometry>
        </mxCell>
        <mxCell id="0SS8FHruJlp0RhGvm0XP-53" parent="1" style="rounded=1;whiteSpace=wrap;html=1;" value="尾段降压：压力3BAR，时间5秒" vertex="1">
          <mxGeometry height="50" width="110" x="-3142.5" y="920" as="geometry" />
        </mxCell>
        <mxCell id="0SS8FHruJlp0RhGvm0XP-54" parent="1" style="rounded=1;whiteSpace=wrap;html=1;" value="结束" vertex="1">
          <mxGeometry height="40" width="75" x="-2992.5" y="925" as="geometry" />
        </mxCell>
        <mxCell id="0SS8FHruJlp0RhGvm0XP-55" edge="1" parent="1" style="endArrow=classic;html=1;rounded=0;exitX=1.043;exitY=0.504;exitDx=0;exitDy=0;exitPerimeter=0;" value="">
          <mxGeometry height="50" relative="1" width="50" as="geometry">
            <mxPoint x="-3031" y="944.71" as="sourcePoint" />
            <mxPoint x="-2994" y="944.71" as="targetPoint" />
          </mxGeometry>
        </mxCell>
        <mxCell id="IilmvoyfG79s7OAyW8Hz-2" parent="1" style="text;html=1;whiteSpace=wrap;strokeColor=none;fillColor=none;align=center;verticalAlign=middle;rounded=0;fontSize=24;fontStyle=1;fontColor=#FF0000;" value="完成" vertex="1">
          <mxGeometry height="30" width="60" x="-3002.5" y="250" as="geometry" />
        </mxCell>
        <mxCell id="IilmvoyfG79s7OAyW8Hz-4" parent="1" style="text;html=1;whiteSpace=wrap;strokeColor=none;fillColor=none;align=center;verticalAlign=middle;rounded=0;fontSize=22;fontColor=#7F00FF;" value="总控是重量" vertex="1">
          <mxGeometry height="30" width="175" x="-3325" y="-220" as="geometry" />
        </mxCell>
        <mxCell id="DRQTxW7p1hNPi4zCKs6T-1" parent="1" style="text;html=1;whiteSpace=wrap;strokeColor=none;fillColor=none;align=left;verticalAlign=middle;rounded=0;fontColor=#7F00FF;" value="&lt;br&gt;1.使用气压传感器能够得到实际存量的水，实际根据水量减少，获得对应的电压值(红色模块)--水箱，和探针不会同时使用&lt;br&gt;2.两个探针一个是水箱一个是蒸汽锅炉&lt;br&gt;(&lt;br&gt;a.水位探针---是外接水,比如使用大桶水&lt;br&gt;b.气压传感器---水箱&lt;div&gt;&lt;br&gt;&lt;/div&gt;" vertex="1">
          <mxGeometry height="110" width="227.5" x="-2430" y="-1915" as="geometry" />
        </mxCell>
        <mxCell id="DRQTxW7p1hNPi4zCKs6T-2" parent="1" style="text;html=1;whiteSpace=wrap;strokeColor=none;fillColor=none;align=left;verticalAlign=middle;rounded=0;" value="水泵+220V水泵&lt;br&gt;a.不能同时工作&lt;br&gt;&lt;b&gt;&lt;font style=&quot;color: rgb(255, 0, 0);&quot;&gt;b.当前咖啡机只适配24V水泵&lt;/font&gt;&lt;/b&gt;" vertex="1">
          <mxGeometry height="70" width="325" x="-3055" y="-2000" as="geometry" />
        </mxCell>
        <mxCell id="DRQTxW7p1hNPi4zCKs6T-3" parent="1" style="text;html=1;whiteSpace=wrap;strokeColor=none;fillColor=none;align=left;verticalAlign=middle;rounded=0;fontStyle=1;fontColor=#7F00FF;" value="1.T1：蒸汽锅炉&lt;br&gt;2.T2咖啡锅炉&lt;br&gt;3.T3冲泡头" vertex="1">
          <mxGeometry height="60" width="130" x="-3777.5" y="-1550" as="geometry" />
        </mxCell>
        <mxCell id="DRQTxW7p1hNPi4zCKs6T-4" parent="1" style="text;html=1;whiteSpace=wrap;strokeColor=none;fillColor=none;align=center;verticalAlign=middle;rounded=0;fontColor=#7F00FF;" value="冷凝水：气泵，排放冷凝水，工作30秒" vertex="1">
          <mxGeometry height="30" width="157.5" x="-3281.25" y="-1250" as="geometry" />
        </mxCell>
        <mxCell id="DRQTxW7p1hNPi4zCKs6T-7" parent="1" style="text;html=1;whiteSpace=wrap;strokeColor=none;fillColor=none;align=left;verticalAlign=middle;rounded=0;fontColor=#7F00FF;" value="app:热水的计时&lt;br&gt;触摸屏上是手动的" vertex="1">
          <mxGeometry height="40" width="120" x="-3256.25" y="-1060" as="geometry" />
        </mxCell>
        <mxCell id="DRQTxW7p1hNPi4zCKs6T-9" parent="1" style="text;html=1;whiteSpace=wrap;strokeColor=none;fillColor=none;align=center;verticalAlign=middle;rounded=0;fontColor=#7F00FF;" value="冷热水是有独立的管子输出" vertex="1">
          <mxGeometry height="30" width="60" x="-3136.25" y="-820" as="geometry" />
        </mxCell>
        <mxCell id="DRQTxW7p1hNPi4zCKs6T-16" parent="1" style="text;html=1;whiteSpace=wrap;strokeColor=none;fillColor=none;align=left;verticalAlign=middle;rounded=0;fontColor=#7F00FF;fontStyle=1" value="&lt;strike&gt;只要拨杆变动，就弹出手动萃取功能，保存-液晶显示屏&lt;/strike&gt;，安卓app上只显示曲线" vertex="1">
          <mxGeometry height="30" width="240" x="-2420" y="-1660" as="geometry" />
        </mxCell>
        <mxCell id="DRQTxW7p1hNPi4zCKs6T-17" parent="1" style="text;html=1;whiteSpace=wrap;strokeColor=none;fillColor=none;align=left;verticalAlign=middle;rounded=0;fontStyle=1;fontColor=#7F00FF;" value="只要做咖啡的过程的过程中，进水电磁阀无论如何都是关闭的，直到咖啡做完结束，时间保存到下一次咖啡开始" vertex="1">
          <mxGeometry height="60" width="280" x="-2417.5" y="-1620" as="geometry" />
        </mxCell>
        <mxCell id="DRQTxW7p1hNPi4zCKs6T-18" parent="1" style="text;html=1;whiteSpace=wrap;strokeColor=none;fillColor=none;align=center;verticalAlign=middle;rounded=0;fontColor=#FF0000;" value="萃取时间，三位数，只显示描述，字体调大，强调明显" vertex="1">
          <mxGeometry height="30" width="290" x="-2420" y="-1530" as="geometry" />
        </mxCell>
        <mxCell id="DRQTxW7p1hNPi4zCKs6T-19" parent="1" style="text;html=1;whiteSpace=wrap;strokeColor=none;fillColor=none;align=left;verticalAlign=middle;rounded=0;fontColor=#FF0000;fontStyle=1" value="1.蒸汽锅炉温度和咖啡锅炉的温度都按照0.1度的温控进行控制&lt;br&gt;&amp;nbsp; &amp;nbsp; &amp;nbsp; &amp;nbsp; &amp;nbsp; &amp;nbsp; &amp;nbsp;蒸汽锅炉的范围：110-140&lt;br&gt;&amp;nbsp; &amp;nbsp; &amp;nbsp; &amp;nbsp; &amp;nbsp; &amp;nbsp; &amp;nbsp;咖啡锅炉1-98度&lt;br&gt;&lt;div&gt;&lt;strike&gt;2.液晶屏咖啡主控制页面---两个锅炉的温度&lt;/strike&gt;&lt;br&gt;&lt;div style=&quot;&quot;&gt;&lt;span style=&quot;background-color: transparent; color: light-dark(rgb(255, 0, 0), rgb(255, 144, 144));&quot;&gt;3.温度，可以根据电阻值的大小判断好坏&lt;br&gt;4.压力传感器，好坏的判断(咨询厂家)&lt;br&gt;在IPDA上的维修测试进行弹窗提醒&lt;br&gt;5.液晶屏的添加氛围灯，添加灯珠&lt;br&gt;&amp;nbsp; &amp;nbsp;咖啡锅炉：a.30度白色，60度蓝色。88度后都是红色&lt;br&gt;&amp;nbsp; &amp;nbsp;做咖啡：跑马灯&lt;br&gt;6.增加泡茶模式，开始---》停顿---开始》---》开始，单独用一个模式记录&lt;br&gt;7.水位探针--蒸汽锅炉--检测水位需要做延迟(大概0.5秒的延迟。前后各测试一次，数值一样就有效)。因为沸腾的水接触水会进行误判&lt;br&gt;&lt;br&gt;&lt;br&gt;&lt;/span&gt;&lt;/div&gt;&lt;/div&gt;" vertex="1">
          <mxGeometry height="220" width="345" x="-2417.5" y="-1490" as="geometry" />
        </mxCell>
        <mxCell id="DRQTxW7p1hNPi4zCKs6T-20" parent="1" style="text;html=1;whiteSpace=wrap;strokeColor=none;fillColor=none;align=center;verticalAlign=middle;rounded=0;fontColor=#FF0000;fontSize=20;" value="只有正向清洗" vertex="1">
          <mxGeometry height="30" width="142.5" x="-3455" y="1090" as="geometry" />
        </mxCell>
        <mxCell id="DRQTxW7p1hNPi4zCKs6T-23" parent="1" style="text;html=1;whiteSpace=wrap;strokeColor=none;fillColor=none;align=center;verticalAlign=middle;rounded=0;fontStyle=1;fontColor=#FF0000;" value="缺少关机按键" vertex="1">
          <mxGeometry height="30" width="80" x="-3752.5" y="1490" as="geometry" />
        </mxCell>
        <mxCell id="DRQTxW7p1hNPi4zCKs6T-24" parent="1" style="rounded=1;whiteSpace=wrap;html=1;fillColor=#ffe6cc;strokeColor=#d79b00;" value="" vertex="1">
          <mxGeometry height="140" width="302.5" x="-3415" y="1520" as="geometry" />
        </mxCell>
        <mxCell id="DRQTxW7p1hNPi4zCKs6T-27" edge="1" parent="1" source="_P9jYmqXWWuWMUU2pL9c-157" style="edgeStyle=orthogonalEdgeStyle;rounded=0;orthogonalLoop=1;jettySize=auto;html=1;" target="DRQTxW7p1hNPi4zCKs6T-25" value="">
          <mxGeometry relative="1" as="geometry" />
        </mxCell>
        <mxCell id="_P9jYmqXWWuWMUU2pL9c-157" parent="1" style="rounded=1;whiteSpace=wrap;html=1;" value="关机按键" vertex="1">
          <mxGeometry height="40" width="55" x="-3395" y="1590" as="geometry" />
        </mxCell>
        <mxCell id="DRQTxW7p1hNPi4zCKs6T-28" edge="1" parent="1" source="DRQTxW7p1hNPi4zCKs6T-25" style="edgeStyle=orthogonalEdgeStyle;rounded=0;orthogonalLoop=1;jettySize=auto;html=1;" target="DRQTxW7p1hNPi4zCKs6T-26" value="">
          <mxGeometry relative="1" as="geometry" />
        </mxCell>
        <mxCell id="DRQTxW7p1hNPi4zCKs6T-25" parent="1" style="rounded=1;whiteSpace=wrap;html=1;" value="高压部分全关掉" vertex="1">
          <mxGeometry height="40" width="100" x="-3312.5" y="1590" as="geometry" />
        </mxCell>
        <mxCell id="DRQTxW7p1hNPi4zCKs6T-26" parent="1" style="rounded=1;whiteSpace=wrap;html=1;" value="LCD" vertex="1">
          <mxGeometry height="40" width="60" x="-3192.5" y="1590" as="geometry" />
        </mxCell>
        <mxCell id="DRQTxW7p1hNPi4zCKs6T-30" parent="1" style="rounded=1;whiteSpace=wrap;html=1;fontColor=#7F00FF;" value="蒸汽阀关闭后，开启气泵工作30秒，如果这个阶段蒸汽阀再开启，蒸汽阀优先" vertex="1">
          <mxGeometry height="60" width="140" x="-2956.25" y="-1200" as="geometry" />
        </mxCell>
        <mxCell id="DRQTxW7p1hNPi4zCKs6T-32" edge="1" parent="1" source="DRQTxW7p1hNPi4zCKs6T-31" style="edgeStyle=orthogonalEdgeStyle;rounded=0;orthogonalLoop=1;jettySize=auto;html=1;exitX=1;exitY=0.5;exitDx=0;exitDy=0;entryX=0;entryY=0.5;entryDx=0;entryDy=0;" target="_P9jYmqXWWuWMUU2pL9c-117">
          <mxGeometry relative="1" as="geometry" />
        </mxCell>
        <mxCell id="DRQTxW7p1hNPi4zCKs6T-31" parent="1" style="rounded=1;whiteSpace=wrap;html=1;" value="开启蒸汽阀" vertex="1">
          <mxGeometry height="40" width="73.75" x="-3275.62" y="-1190" as="geometry" />
        </mxCell>
-         <mxCell id="DRQTxW7p1hNPi4zCKs6T-34" parent="1" style="text;html=1;whiteSpace=wrap;strokeColor=none;fillColor=none;align=left;verticalAlign=middle;rounded=0;fontColor=#7F00FF;" value="app:热水的计时&lt;br&gt;触摸屏上是手动的" vertex="1">
+         <mxCell id="DRQTxW7p1hNPi4zCKs6T-34" parent="1" style="text;html=1;whiteSpace=wrap;strokeColor=none;fillColor=none;align=left;verticalAlign=middle;rounded=0;fontColor=#7F00FF;" value="app:热水的计时&lt;br&gt;&lt;strike&gt;触摸屏上是手动的&lt;/strike&gt;" vertex="1">
          <mxGeometry height="40" width="120" x="-2420" y="-1740" as="geometry" />
        </mxCell>
      </root>
    </mxGraphModel>
  </diagram>
</mxfile>
